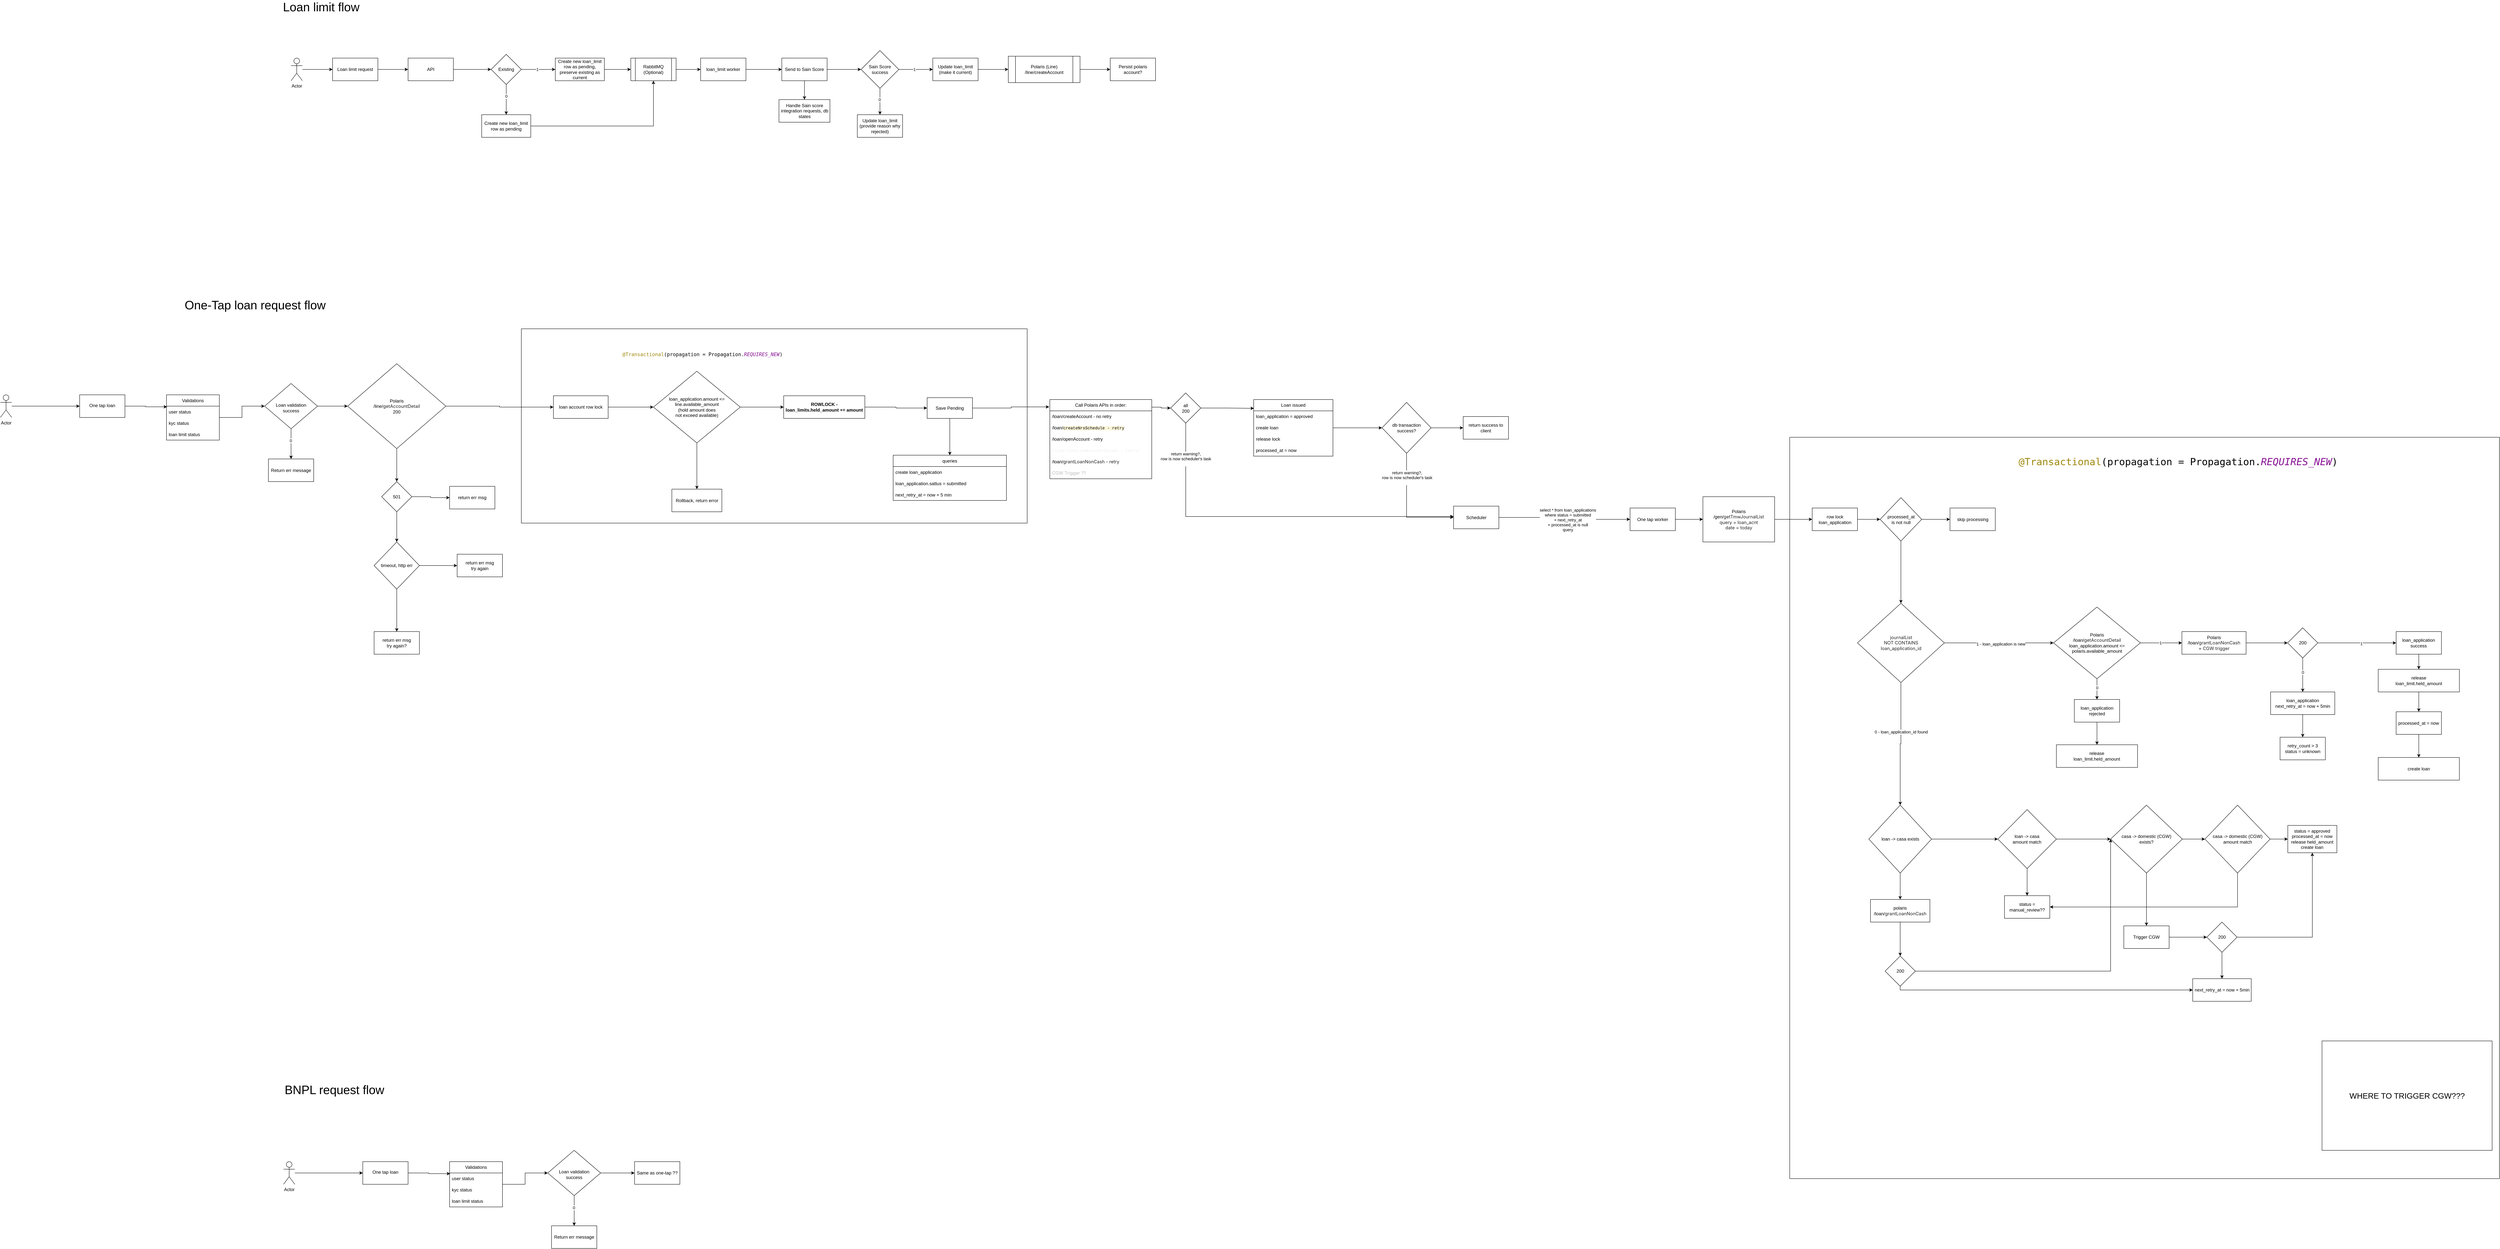
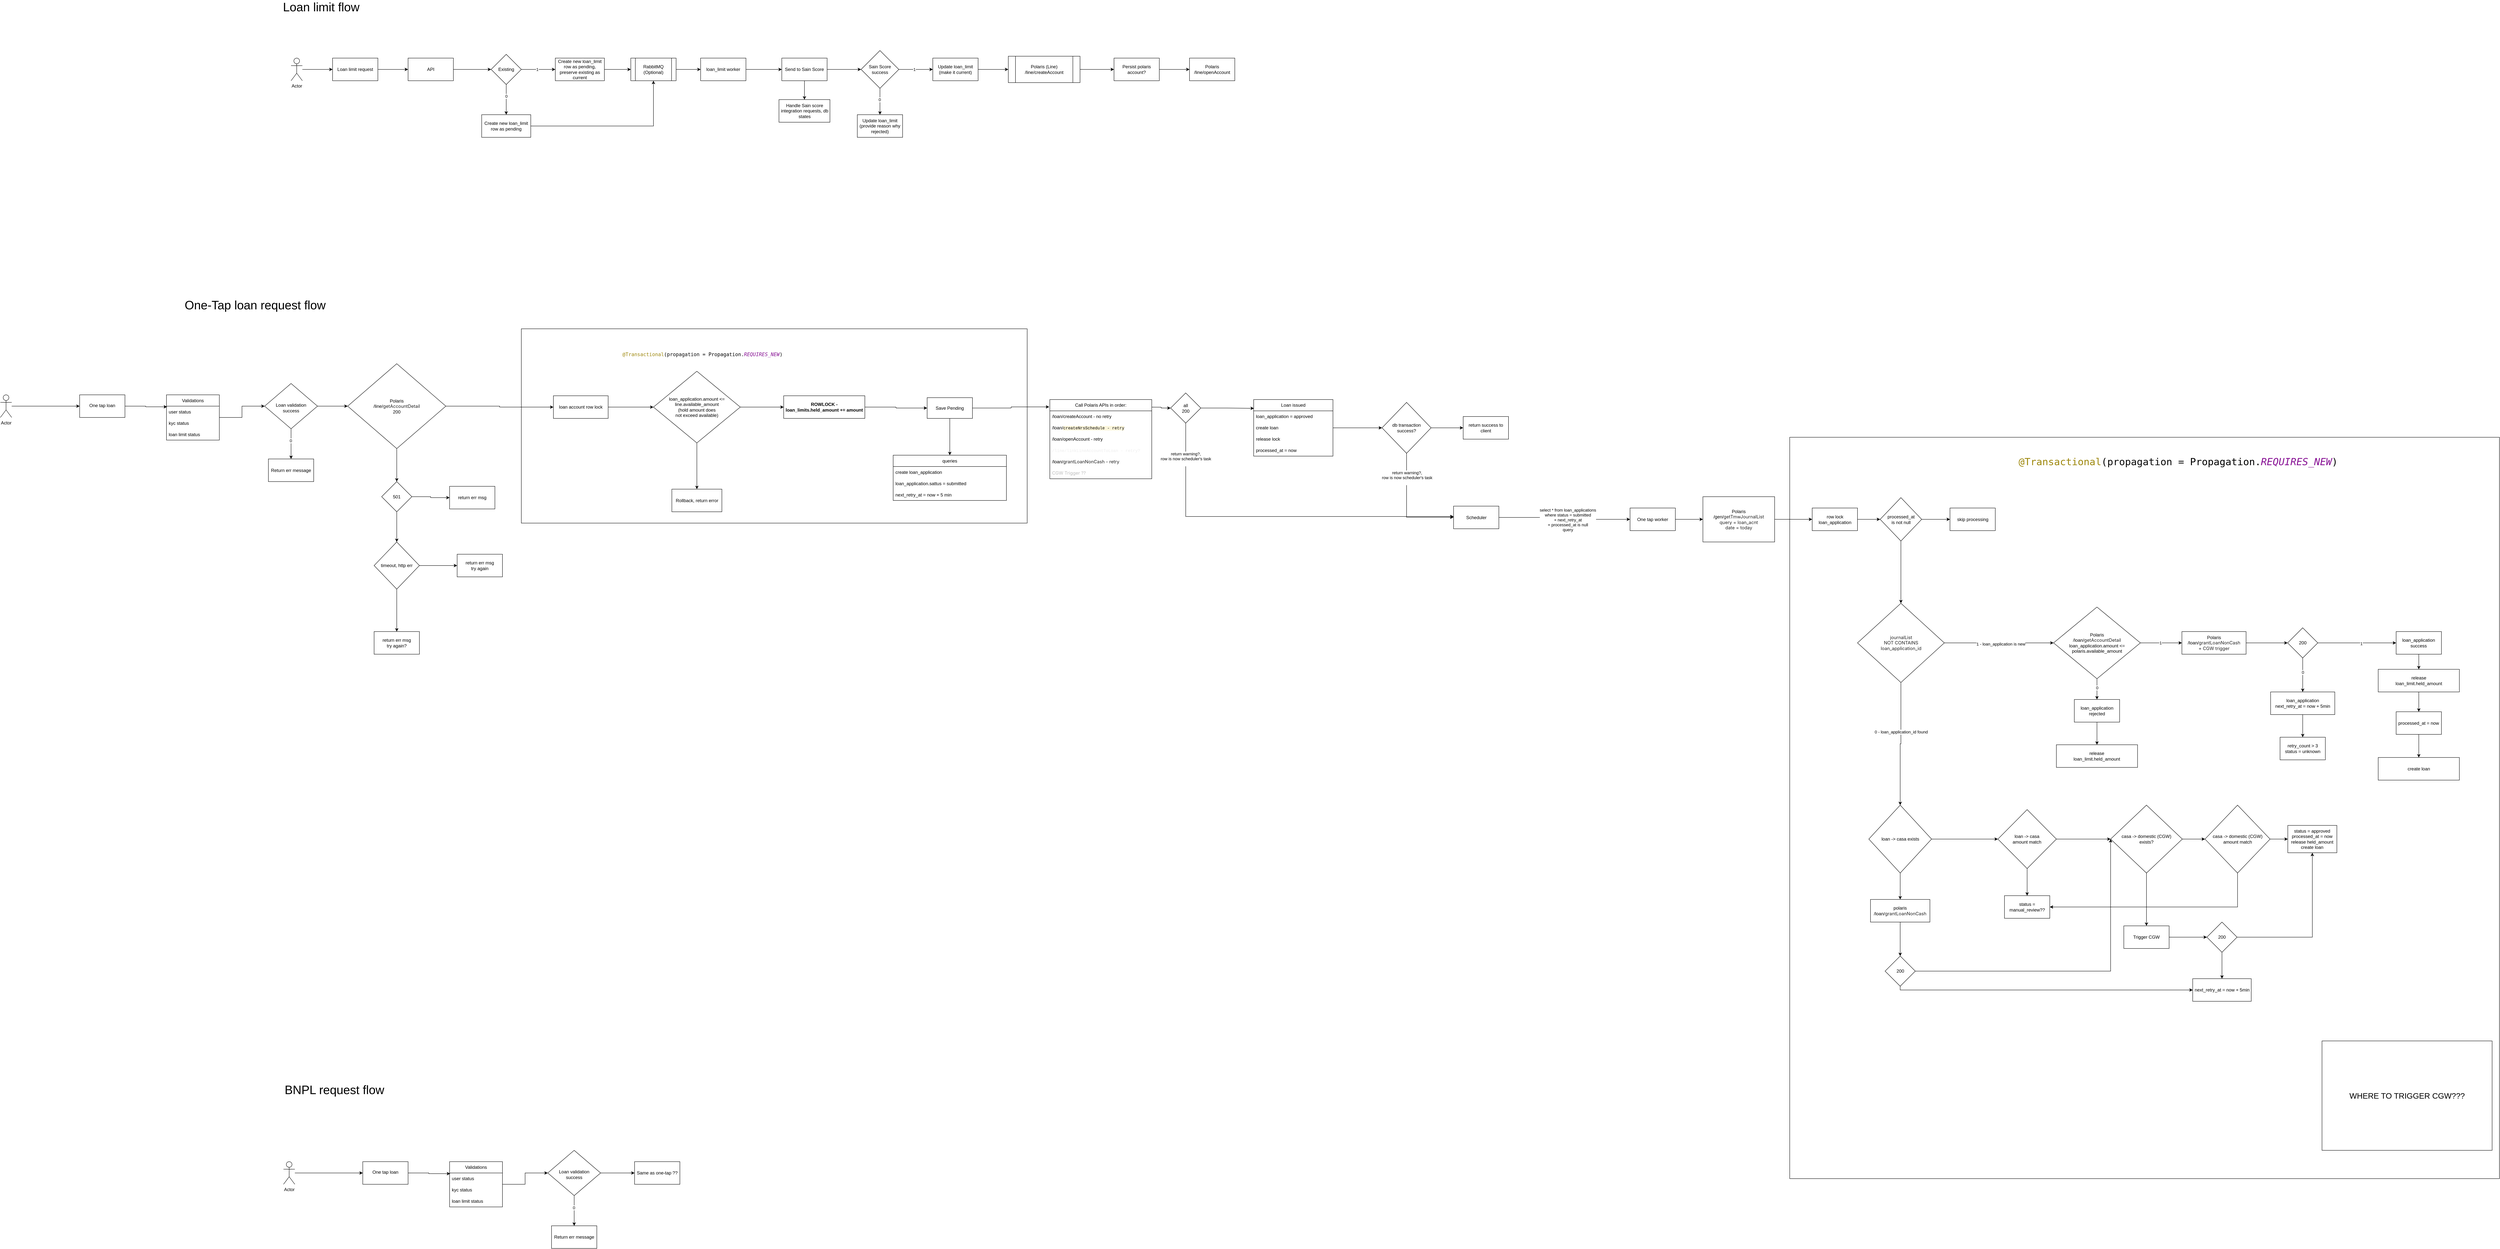
<mxfile host="app.diagrams.net">
  <diagram name="Page-1" id="VCBSuIh8bz7kurrQ0Zaz">
    <mxGraphModel dx="2259" dy="824" grid="1" gridSize="10" guides="1" tooltips="1" connect="1" arrows="1" fold="1" page="1" pageScale="1" pageWidth="850" pageHeight="1100" math="0" shadow="0">
      <root>
        <mxCell id="0" />
        <mxCell id="1" parent="0" />
        <mxCell id="In8fDh9ZLN2M87an2Miy-188" parent="1" style="rounded=0;whiteSpace=wrap;html=1;movable=0;resizable=0;rotatable=0;deletable=0;editable=0;locked=1;connectable=0;" value="" vertex="1">
          <mxGeometry height="1965" width="1880" x="4010" y="1215" as="geometry" />
        </mxCell>
        <mxCell id="In8fDh9ZLN2M87an2Miy-172" parent="1" style="rounded=0;whiteSpace=wrap;html=1;movable=1;resizable=1;rotatable=1;deletable=1;editable=1;locked=0;connectable=1;" value="" vertex="1">
          <mxGeometry height="515" width="1340" x="650" y="927.5" as="geometry" />
        </mxCell>
        <mxCell id="KqixbsF9o6dLofBvsG9t-5" edge="1" parent="1" source="KqixbsF9o6dLofBvsG9t-1" style="edgeStyle=orthogonalEdgeStyle;rounded=0;orthogonalLoop=1;jettySize=auto;html=1;" target="KqixbsF9o6dLofBvsG9t-4" value="">
          <mxGeometry relative="1" as="geometry" />
        </mxCell>
        <mxCell id="KqixbsF9o6dLofBvsG9t-1" parent="1" style="rounded=0;whiteSpace=wrap;html=1;" value="Loan limit request" vertex="1">
          <mxGeometry height="60" width="120" x="150" y="210" as="geometry" />
        </mxCell>
        <mxCell id="KqixbsF9o6dLofBvsG9t-3" edge="1" parent="1" source="KqixbsF9o6dLofBvsG9t-2" style="edgeStyle=orthogonalEdgeStyle;rounded=0;orthogonalLoop=1;jettySize=auto;html=1;" target="KqixbsF9o6dLofBvsG9t-1" value="">
          <mxGeometry relative="1" as="geometry" />
        </mxCell>
        <mxCell id="KqixbsF9o6dLofBvsG9t-2" parent="1" style="shape=umlActor;verticalLabelPosition=bottom;verticalAlign=top;html=1;outlineConnect=0;" value="Actor" vertex="1">
          <mxGeometry height="60" width="30" x="40" y="210" as="geometry" />
        </mxCell>
        <mxCell id="KqixbsF9o6dLofBvsG9t-9" edge="1" parent="1" source="KqixbsF9o6dLofBvsG9t-4" style="edgeStyle=orthogonalEdgeStyle;rounded=0;orthogonalLoop=1;jettySize=auto;html=1;" target="KqixbsF9o6dLofBvsG9t-8" value="">
          <mxGeometry relative="1" as="geometry" />
        </mxCell>
        <mxCell id="KqixbsF9o6dLofBvsG9t-4" parent="1" style="rounded=0;whiteSpace=wrap;html=1;" value="API" vertex="1">
          <mxGeometry height="60" width="120" x="350" y="210" as="geometry" />
        </mxCell>
        <mxCell id="KqixbsF9o6dLofBvsG9t-11" edge="1" parent="1" source="KqixbsF9o6dLofBvsG9t-8" style="edgeStyle=orthogonalEdgeStyle;rounded=0;orthogonalLoop=1;jettySize=auto;html=1;" target="KqixbsF9o6dLofBvsG9t-10" value="">
          <mxGeometry relative="1" as="geometry" />
        </mxCell>
        <mxCell id="KqixbsF9o6dLofBvsG9t-12" connectable="0" parent="KqixbsF9o6dLofBvsG9t-11" style="edgeLabel;html=1;align=center;verticalAlign=middle;resizable=0;points=[];" value="1" vertex="1">
          <mxGeometry relative="1" x="-0.079" as="geometry">
            <mxPoint as="offset" />
          </mxGeometry>
        </mxCell>
        <mxCell id="KqixbsF9o6dLofBvsG9t-14" edge="1" parent="1" source="KqixbsF9o6dLofBvsG9t-8" style="edgeStyle=orthogonalEdgeStyle;rounded=0;orthogonalLoop=1;jettySize=auto;html=1;" target="KqixbsF9o6dLofBvsG9t-13" value="">
          <mxGeometry relative="1" as="geometry" />
        </mxCell>
        <mxCell id="KqixbsF9o6dLofBvsG9t-15" connectable="0" parent="KqixbsF9o6dLofBvsG9t-14" style="edgeLabel;html=1;align=center;verticalAlign=middle;resizable=0;points=[];" value="0" vertex="1">
          <mxGeometry relative="1" x="-0.2407" as="geometry">
            <mxPoint as="offset" />
          </mxGeometry>
        </mxCell>
        <mxCell id="KqixbsF9o6dLofBvsG9t-8" parent="1" style="rhombus;whiteSpace=wrap;html=1;rounded=0;" value="Existing" vertex="1">
          <mxGeometry height="80" width="80" x="570" y="200" as="geometry" />
        </mxCell>
        <mxCell id="KqixbsF9o6dLofBvsG9t-23" edge="1" parent="1" source="KqixbsF9o6dLofBvsG9t-10" style="edgeStyle=orthogonalEdgeStyle;rounded=0;orthogonalLoop=1;jettySize=auto;html=1;" target="KqixbsF9o6dLofBvsG9t-22" value="">
          <mxGeometry relative="1" as="geometry" />
        </mxCell>
        <mxCell id="KqixbsF9o6dLofBvsG9t-10" parent="1" style="whiteSpace=wrap;html=1;rounded=0;" value="Create new loan_limit row as pending, preserve existing as current" vertex="1">
          <mxGeometry height="60" width="130" x="740" y="210" as="geometry" />
        </mxCell>
        <mxCell id="KqixbsF9o6dLofBvsG9t-26" edge="1" parent="1" source="KqixbsF9o6dLofBvsG9t-13" style="edgeStyle=orthogonalEdgeStyle;rounded=0;orthogonalLoop=1;jettySize=auto;html=1;entryX=0.5;entryY=1;entryDx=0;entryDy=0;" target="KqixbsF9o6dLofBvsG9t-22">
          <mxGeometry relative="1" as="geometry" />
        </mxCell>
        <mxCell id="KqixbsF9o6dLofBvsG9t-13" parent="1" style="whiteSpace=wrap;html=1;rounded=0;" value="Create new loan_limit row as pending" vertex="1">
          <mxGeometry height="60" width="130" x="545" y="360" as="geometry" />
        </mxCell>
        <mxCell id="KqixbsF9o6dLofBvsG9t-25" edge="1" parent="1" source="KqixbsF9o6dLofBvsG9t-22" style="edgeStyle=orthogonalEdgeStyle;rounded=0;orthogonalLoop=1;jettySize=auto;html=1;" target="KqixbsF9o6dLofBvsG9t-24" value="">
          <mxGeometry relative="1" as="geometry" />
        </mxCell>
        <mxCell id="KqixbsF9o6dLofBvsG9t-22" parent="1" style="shape=process;whiteSpace=wrap;html=1;backgroundOutline=1;rounded=0;" value="RabbitMQ (Optional)" vertex="1">
          <mxGeometry height="60" width="120" x="940" y="210" as="geometry" />
        </mxCell>
        <mxCell id="KqixbsF9o6dLofBvsG9t-28" edge="1" parent="1" source="KqixbsF9o6dLofBvsG9t-24" style="edgeStyle=orthogonalEdgeStyle;rounded=0;orthogonalLoop=1;jettySize=auto;html=1;" target="KqixbsF9o6dLofBvsG9t-27" value="">
          <mxGeometry relative="1" as="geometry" />
        </mxCell>
        <mxCell id="KqixbsF9o6dLofBvsG9t-24" parent="1" style="whiteSpace=wrap;html=1;rounded=0;" value="loan_limit worker" vertex="1">
          <mxGeometry height="60" width="120" x="1125" y="210" as="geometry" />
        </mxCell>
        <mxCell id="KqixbsF9o6dLofBvsG9t-30" edge="1" parent="1" source="KqixbsF9o6dLofBvsG9t-27" style="edgeStyle=orthogonalEdgeStyle;rounded=0;orthogonalLoop=1;jettySize=auto;html=1;" target="KqixbsF9o6dLofBvsG9t-29" value="">
          <mxGeometry relative="1" as="geometry" />
        </mxCell>
        <mxCell id="KqixbsF9o6dLofBvsG9t-38" edge="1" parent="1" source="KqixbsF9o6dLofBvsG9t-27" style="edgeStyle=orthogonalEdgeStyle;rounded=0;orthogonalLoop=1;jettySize=auto;html=1;" target="KqixbsF9o6dLofBvsG9t-37" value="">
          <mxGeometry relative="1" as="geometry" />
        </mxCell>
        <mxCell id="KqixbsF9o6dLofBvsG9t-27" parent="1" style="whiteSpace=wrap;html=1;rounded=0;" value="Send to Sain Score" vertex="1">
          <mxGeometry height="60" width="120" x="1340" y="210" as="geometry" />
        </mxCell>
        <mxCell id="KqixbsF9o6dLofBvsG9t-32" edge="1" parent="1" source="KqixbsF9o6dLofBvsG9t-29" style="edgeStyle=orthogonalEdgeStyle;rounded=0;orthogonalLoop=1;jettySize=auto;html=1;" target="KqixbsF9o6dLofBvsG9t-31" value="">
          <mxGeometry relative="1" as="geometry" />
        </mxCell>
        <mxCell id="KqixbsF9o6dLofBvsG9t-33" connectable="0" parent="KqixbsF9o6dLofBvsG9t-32" style="edgeLabel;html=1;align=center;verticalAlign=middle;resizable=0;points=[];" value="1" vertex="1">
          <mxGeometry relative="1" x="-0.1048" as="geometry">
            <mxPoint as="offset" />
          </mxGeometry>
        </mxCell>
        <mxCell id="KqixbsF9o6dLofBvsG9t-35" edge="1" parent="1" source="KqixbsF9o6dLofBvsG9t-29" style="edgeStyle=orthogonalEdgeStyle;rounded=0;orthogonalLoop=1;jettySize=auto;html=1;" target="KqixbsF9o6dLofBvsG9t-34" value="">
          <mxGeometry relative="1" as="geometry" />
        </mxCell>
        <mxCell id="KqixbsF9o6dLofBvsG9t-36" connectable="0" parent="KqixbsF9o6dLofBvsG9t-35" style="edgeLabel;html=1;align=center;verticalAlign=middle;resizable=0;points=[];" value="0" vertex="1">
          <mxGeometry relative="1" x="-0.1429" y="-1" as="geometry">
            <mxPoint as="offset" />
          </mxGeometry>
        </mxCell>
        <mxCell id="KqixbsF9o6dLofBvsG9t-29" parent="1" style="rhombus;whiteSpace=wrap;html=1;rounded=0;" value="Sain Score success" vertex="1">
          <mxGeometry height="100" width="100" x="1550" y="190" as="geometry" />
        </mxCell>
        <mxCell id="KqixbsF9o6dLofBvsG9t-66" edge="1" parent="1" source="KqixbsF9o6dLofBvsG9t-31" style="edgeStyle=orthogonalEdgeStyle;rounded=0;orthogonalLoop=1;jettySize=auto;html=1;" target="KqixbsF9o6dLofBvsG9t-65" value="">
          <mxGeometry relative="1" as="geometry" />
        </mxCell>
        <mxCell id="KqixbsF9o6dLofBvsG9t-31" parent="1" style="whiteSpace=wrap;html=1;rounded=0;" value="Update loan_limit (make it current)" vertex="1">
          <mxGeometry height="60" width="120" x="1740" y="210" as="geometry" />
        </mxCell>
        <mxCell id="KqixbsF9o6dLofBvsG9t-34" parent="1" style="whiteSpace=wrap;html=1;rounded=0;" value="Update loan_limit&lt;br&gt;(provide reason why rejected)" vertex="1">
          <mxGeometry height="60" width="120" x="1540" y="360" as="geometry" />
        </mxCell>
        <mxCell id="KqixbsF9o6dLofBvsG9t-37" parent="1" style="whiteSpace=wrap;html=1;rounded=0;" value="Handle Sain score integration requests, db states" vertex="1">
          <mxGeometry height="60" width="135" x="1332.5" y="320" as="geometry" />
        </mxCell>
        <mxCell id="KqixbsF9o6dLofBvsG9t-40" parent="1" style="text;html=1;whiteSpace=wrap;strokeColor=none;fillColor=none;align=center;verticalAlign=middle;rounded=0;fontSize=32;" value="Loan limit flow" vertex="1">
          <mxGeometry height="30" width="260" x="-10" y="60" as="geometry" />
        </mxCell>
        <mxCell id="KqixbsF9o6dLofBvsG9t-74" edge="1" parent="1" source="KqixbsF9o6dLofBvsG9t-65" style="edgeStyle=orthogonalEdgeStyle;rounded=0;orthogonalLoop=1;jettySize=auto;html=1;" target="KqixbsF9o6dLofBvsG9t-73" value="">
          <mxGeometry relative="1" as="geometry" />
        </mxCell>
        <mxCell id="KqixbsF9o6dLofBvsG9t-65" parent="1" style="shape=process;whiteSpace=wrap;html=1;backgroundOutline=1;rounded=0;" value="Polaris (Line)&lt;br&gt;/line/createAccount" vertex="1">
          <mxGeometry height="70" width="190" x="1940" y="205" as="geometry" />
        </mxCell>
+         <mxCell id="P7TJZT1PVnBYbLh7lMs1-4" edge="1" parent="1" source="KqixbsF9o6dLofBvsG9t-73" style="edgeStyle=orthogonalEdgeStyle;rounded=0;orthogonalLoop=1;jettySize=auto;html=1;" target="P7TJZT1PVnBYbLh7lMs1-3" value="">
+           <mxGeometry relative="1" as="geometry" />
+         </mxCell>
        <mxCell id="KqixbsF9o6dLofBvsG9t-73" parent="1" style="whiteSpace=wrap;html=1;rounded=0;" value="Persist polaris account?" vertex="1">
-           <mxGeometry height="60" width="120" x="2210" y="210" as="geometry" />
+           <mxGeometry height="60" width="120" x="2220" y="210" as="geometry" />
        </mxCell>
        <mxCell id="U8Ajh8Gpa-m2DNKNFQys-1" parent="1" style="text;html=1;whiteSpace=wrap;strokeColor=none;fillColor=none;align=center;verticalAlign=middle;rounded=0;fontSize=32;" value="One-Tap loan request flow" vertex="1">
          <mxGeometry height="30" width="470" x="-290" y="850" as="geometry" />
        </mxCell>
        <mxCell id="In8fDh9ZLN2M87an2Miy-1" edge="1" parent="1" source="In8fDh9ZLN2M87an2Miy-2" style="edgeStyle=orthogonalEdgeStyle;rounded=0;orthogonalLoop=1;jettySize=auto;html=1;" target="In8fDh9ZLN2M87an2Miy-4" value="">
          <mxGeometry relative="1" as="geometry" />
        </mxCell>
        <mxCell id="In8fDh9ZLN2M87an2Miy-2" parent="1" style="shape=umlActor;verticalLabelPosition=bottom;verticalAlign=top;html=1;outlineConnect=0;" value="Actor" vertex="1">
          <mxGeometry height="60" width="30" x="-730" y="1102.5" as="geometry" />
        </mxCell>
        <mxCell id="In8fDh9ZLN2M87an2Miy-3" edge="1" parent="1" source="In8fDh9ZLN2M87an2Miy-4" style="edgeStyle=orthogonalEdgeStyle;rounded=0;orthogonalLoop=1;jettySize=auto;html=1;entryX=0.011;entryY=0.06;entryDx=0;entryDy=0;entryPerimeter=0;" target="In8fDh9ZLN2M87an2Miy-28" value="">
          <mxGeometry relative="1" as="geometry">
            <mxPoint x="-310" y="1132.5" as="targetPoint" />
          </mxGeometry>
        </mxCell>
        <mxCell id="In8fDh9ZLN2M87an2Miy-4" parent="1" style="whiteSpace=wrap;html=1;verticalAlign=top;" value="&lt;div&gt;&lt;br&gt;&lt;/div&gt;&lt;div&gt;One tap loan&lt;/div&gt;" vertex="1">
          <mxGeometry height="60" width="120" x="-520" y="1102.5" as="geometry" />
        </mxCell>
        <mxCell id="In8fDh9ZLN2M87an2Miy-7" edge="1" parent="1" source="In8fDh9ZLN2M87an2Miy-9" style="edgeStyle=orthogonalEdgeStyle;rounded=0;orthogonalLoop=1;jettySize=auto;html=1;" target="In8fDh9ZLN2M87an2Miy-13" value="">
          <mxGeometry relative="1" as="geometry" />
        </mxCell>
        <mxCell id="In8fDh9ZLN2M87an2Miy-8" connectable="0" parent="In8fDh9ZLN2M87an2Miy-7" style="edgeLabel;html=1;align=center;verticalAlign=middle;resizable=0;points=[];" value="0" vertex="1">
          <mxGeometry relative="1" x="-0.2091" y="-1" as="geometry">
            <mxPoint as="offset" />
          </mxGeometry>
        </mxCell>
        <mxCell id="In8fDh9ZLN2M87an2Miy-230" edge="1" parent="1" source="In8fDh9ZLN2M87an2Miy-9" style="edgeStyle=orthogonalEdgeStyle;rounded=0;orthogonalLoop=1;jettySize=auto;html=1;" target="In8fDh9ZLN2M87an2Miy-228">
          <mxGeometry relative="1" as="geometry" />
        </mxCell>
        <mxCell id="In8fDh9ZLN2M87an2Miy-9" parent="1" style="rhombus;whiteSpace=wrap;html=1;verticalAlign=top;" value="&lt;br&gt;&lt;br&gt;&lt;div&gt;&lt;br&gt;&lt;/div&gt;&lt;div&gt;Loan validation&lt;br&gt;success&lt;/div&gt;" vertex="1">
          <mxGeometry height="120" width="140" x="-30" y="1072.5" as="geometry" />
        </mxCell>
        <mxCell id="In8fDh9ZLN2M87an2Miy-10" edge="1" parent="1" source="In8fDh9ZLN2M87an2Miy-12" style="edgeStyle=orthogonalEdgeStyle;rounded=0;orthogonalLoop=1;jettySize=auto;html=1;entryX=0.5;entryY=0;entryDx=0;entryDy=0;" target="In8fDh9ZLN2M87an2Miy-14">
          <mxGeometry relative="1" as="geometry" />
        </mxCell>
        <mxCell id="In8fDh9ZLN2M87an2Miy-54" edge="1" parent="1" source="In8fDh9ZLN2M87an2Miy-105" style="edgeStyle=orthogonalEdgeStyle;rounded=0;orthogonalLoop=1;jettySize=auto;html=1;exitX=1;exitY=0.5;exitDx=0;exitDy=0;" target="In8fDh9ZLN2M87an2Miy-53" value="">
          <mxGeometry relative="1" as="geometry">
            <mxPoint x="3329.5" y="1432.5" as="sourcePoint" />
          </mxGeometry>
        </mxCell>
        <mxCell id="In8fDh9ZLN2M87an2Miy-55" connectable="0" parent="In8fDh9ZLN2M87an2Miy-54" style="edgeLabel;html=1;align=center;verticalAlign=middle;resizable=0;points=[];" value="select * from loan_applications&lt;br&gt;where status = submitted&lt;br&gt;+ next_retry_at&lt;br&gt;+ processed_at is null&lt;br&gt;query" vertex="1">
          <mxGeometry relative="1" x="0.0637" y="-1" as="geometry">
            <mxPoint as="offset" />
          </mxGeometry>
        </mxCell>
        <mxCell id="In8fDh9ZLN2M87an2Miy-246" edge="1" parent="1" source="In8fDh9ZLN2M87an2Miy-12" style="edgeStyle=orthogonalEdgeStyle;rounded=0;orthogonalLoop=1;jettySize=auto;html=1;entryX=-0.006;entryY=0.093;entryDx=0;entryDy=0;entryPerimeter=0;" target="In8fDh9ZLN2M87an2Miy-247">
          <mxGeometry relative="1" as="geometry">
            <mxPoint x="2090" y="1137.5" as="targetPoint" />
          </mxGeometry>
        </mxCell>
        <mxCell id="In8fDh9ZLN2M87an2Miy-12" parent="1" style="whiteSpace=wrap;html=1;verticalAlign=middle;" value="Save Pending" vertex="1">
          <mxGeometry height="55" width="120" x="1725" y="1110" as="geometry" />
        </mxCell>
        <mxCell id="In8fDh9ZLN2M87an2Miy-13" parent="1" style="whiteSpace=wrap;html=1;verticalAlign=middle;" value="Return err message" vertex="1">
          <mxGeometry height="60" width="120" x="-20" y="1272.5" as="geometry" />
        </mxCell>
        <mxCell id="In8fDh9ZLN2M87an2Miy-14" parent="1" style="swimlane;fontStyle=0;childLayout=stackLayout;horizontal=1;startSize=30;horizontalStack=0;resizeParent=1;resizeParentMax=0;resizeLast=0;collapsible=1;marginBottom=0;whiteSpace=wrap;html=1;" value="queries" vertex="1">
          <mxGeometry height="120" width="300" x="1635" y="1262.5" as="geometry" />
        </mxCell>
        <mxCell id="In8fDh9ZLN2M87an2Miy-15" parent="In8fDh9ZLN2M87an2Miy-14" style="text;strokeColor=none;fillColor=none;align=left;verticalAlign=middle;spacingLeft=4;spacingRight=4;overflow=hidden;points=[[0,0.5],[1,0.5]];portConstraint=eastwest;rotatable=0;whiteSpace=wrap;html=1;" value="create loan_application" vertex="1">
          <mxGeometry height="30" width="300" y="30" as="geometry" />
        </mxCell>
        <mxCell id="In8fDh9ZLN2M87an2Miy-104" parent="In8fDh9ZLN2M87an2Miy-14" style="text;strokeColor=none;fillColor=none;align=left;verticalAlign=middle;spacingLeft=4;spacingRight=4;overflow=hidden;points=[[0,0.5],[1,0.5]];portConstraint=eastwest;rotatable=0;whiteSpace=wrap;html=1;" value="loan_application.sattus = submitted" vertex="1">
          <mxGeometry height="30" width="300" y="60" as="geometry" />
        </mxCell>
        <mxCell id="In8fDh9ZLN2M87an2Miy-17" parent="In8fDh9ZLN2M87an2Miy-14" style="text;strokeColor=none;fillColor=none;align=left;verticalAlign=middle;spacingLeft=4;spacingRight=4;overflow=hidden;points=[[0,0.5],[1,0.5]];portConstraint=eastwest;rotatable=0;whiteSpace=wrap;html=1;" value="next_retry_at = now + 5 min" vertex="1">
          <mxGeometry height="30" width="300" y="90" as="geometry" />
        </mxCell>
        <mxCell id="In8fDh9ZLN2M87an2Miy-32" edge="1" parent="1" source="In8fDh9ZLN2M87an2Miy-27" style="edgeStyle=orthogonalEdgeStyle;rounded=0;orthogonalLoop=1;jettySize=auto;html=1;entryX=0;entryY=0.5;entryDx=0;entryDy=0;" target="In8fDh9ZLN2M87an2Miy-9">
          <mxGeometry relative="1" as="geometry" />
        </mxCell>
        <mxCell id="In8fDh9ZLN2M87an2Miy-27" parent="1" style="swimlane;fontStyle=0;childLayout=stackLayout;horizontal=1;startSize=30;horizontalStack=0;resizeParent=1;resizeParentMax=0;resizeLast=0;collapsible=1;marginBottom=0;whiteSpace=wrap;html=1;" value="Validations" vertex="1">
          <mxGeometry height="120" width="140" x="-290" y="1102.5" as="geometry" />
        </mxCell>
        <mxCell id="In8fDh9ZLN2M87an2Miy-28" parent="In8fDh9ZLN2M87an2Miy-27" style="text;strokeColor=none;fillColor=none;align=left;verticalAlign=middle;spacingLeft=4;spacingRight=4;overflow=hidden;points=[[0,0.5],[1,0.5]];portConstraint=eastwest;rotatable=0;whiteSpace=wrap;html=1;" value="user status" vertex="1">
          <mxGeometry height="30" width="140" y="30" as="geometry" />
        </mxCell>
        <mxCell id="In8fDh9ZLN2M87an2Miy-29" parent="In8fDh9ZLN2M87an2Miy-27" style="text;strokeColor=none;fillColor=none;align=left;verticalAlign=middle;spacingLeft=4;spacingRight=4;overflow=hidden;points=[[0,0.5],[1,0.5]];portConstraint=eastwest;rotatable=0;whiteSpace=wrap;html=1;" value="kyc status" vertex="1">
          <mxGeometry height="30" width="140" y="60" as="geometry" />
        </mxCell>
        <mxCell id="In8fDh9ZLN2M87an2Miy-33" parent="In8fDh9ZLN2M87an2Miy-27" style="text;strokeColor=none;fillColor=none;align=left;verticalAlign=middle;spacingLeft=4;spacingRight=4;overflow=hidden;points=[[0,0.5],[1,0.5]];portConstraint=eastwest;rotatable=0;whiteSpace=wrap;html=1;" value="loan limit status" vertex="1">
          <mxGeometry height="30" width="140" y="90" as="geometry" />
        </mxCell>
        <mxCell id="In8fDh9ZLN2M87an2Miy-116" edge="1" parent="1" source="In8fDh9ZLN2M87an2Miy-53" style="edgeStyle=orthogonalEdgeStyle;rounded=0;orthogonalLoop=1;jettySize=auto;html=1;entryX=0;entryY=0.5;entryDx=0;entryDy=0;" target="In8fDh9ZLN2M87an2Miy-68">
          <mxGeometry relative="1" as="geometry" />
        </mxCell>
        <mxCell id="In8fDh9ZLN2M87an2Miy-53" parent="1" style="whiteSpace=wrap;html=1;" value="One tap worker" vertex="1">
          <mxGeometry height="60" width="120" x="3587" y="1402.5" as="geometry" />
        </mxCell>
        <mxCell id="In8fDh9ZLN2M87an2Miy-67" edge="1" parent="1" source="In8fDh9ZLN2M87an2Miy-58" style="edgeStyle=orthogonalEdgeStyle;rounded=0;orthogonalLoop=1;jettySize=auto;html=1;entryX=0;entryY=0.5;entryDx=0;entryDy=0;" target="In8fDh9ZLN2M87an2Miy-66" value="">
          <mxGeometry relative="1" as="geometry">
            <mxPoint x="5343.87" y="1760" as="targetPoint" />
          </mxGeometry>
        </mxCell>
        <mxCell id="In8fDh9ZLN2M87an2Miy-58" parent="1" style="whiteSpace=wrap;html=1;" value="Polaris /loan/&lt;span style=&quot;color: rgb(33, 33, 33); font-family: Inter, system-ui, -apple-system, &amp;quot;system-ui&amp;quot;, &amp;quot;Segoe UI&amp;quot;, Roboto, Oxygen, Ubuntu, Cantarell, &amp;quot;Fira Sans&amp;quot;, &amp;quot;Droid Sans&amp;quot;, Helvetica, Arial, sans-serif; text-align: left; white-space: pre-wrap; background-color: rgb(255, 255, 255);&quot;&gt;grantLoanNonCash&lt;br/&gt;+ CGW trigger&lt;/span&gt;" vertex="1">
          <mxGeometry height="60" width="170" x="5048.87" y="1730" as="geometry" />
        </mxCell>
        <mxCell id="In8fDh9ZLN2M87an2Miy-62" edge="1" parent="1" source="In8fDh9ZLN2M87an2Miy-59" style="edgeStyle=orthogonalEdgeStyle;rounded=0;orthogonalLoop=1;jettySize=auto;html=1;" target="In8fDh9ZLN2M87an2Miy-61" value="">
          <mxGeometry relative="1" as="geometry" />
        </mxCell>
        <mxCell id="In8fDh9ZLN2M87an2Miy-91" connectable="0" parent="In8fDh9ZLN2M87an2Miy-62" style="edgeLabel;html=1;align=center;verticalAlign=middle;resizable=0;points=[];" value="0" vertex="1">
          <mxGeometry relative="1" x="-0.1431" as="geometry">
            <mxPoint as="offset" />
          </mxGeometry>
        </mxCell>
        <mxCell id="In8fDh9ZLN2M87an2Miy-65" edge="1" parent="1" source="In8fDh9ZLN2M87an2Miy-59" style="edgeStyle=orthogonalEdgeStyle;rounded=0;orthogonalLoop=1;jettySize=auto;html=1;" target="In8fDh9ZLN2M87an2Miy-58">
          <mxGeometry relative="1" as="geometry" />
        </mxCell>
        <mxCell id="In8fDh9ZLN2M87an2Miy-90" connectable="0" parent="In8fDh9ZLN2M87an2Miy-65" style="edgeLabel;html=1;align=center;verticalAlign=middle;resizable=0;points=[];" value="1" vertex="1">
          <mxGeometry relative="1" x="-0.0451" as="geometry">
            <mxPoint as="offset" />
          </mxGeometry>
        </mxCell>
        <mxCell id="In8fDh9ZLN2M87an2Miy-59" parent="1" style="rhombus;whiteSpace=wrap;html=1;" value="Polaris&lt;br&gt;/loan/&lt;span style=&quot;color: rgb(33, 33, 33); font-family: Inter, system-ui, -apple-system, &amp;quot;system-ui&amp;quot;, &amp;quot;Segoe UI&amp;quot;, Roboto, Oxygen, Ubuntu, Cantarell, &amp;quot;Fira Sans&amp;quot;, &amp;quot;Droid Sans&amp;quot;, Helvetica, Arial, sans-serif; text-align: left; white-space: pre-wrap; background-color: rgb(255, 255, 255);&quot;&gt;getAccountDetail&lt;/span&gt;&lt;br&gt;loan_application.amount &amp;lt;= polaris.available_amount" vertex="1">
          <mxGeometry height="190" width="230" x="4708.87" y="1665" as="geometry" />
        </mxCell>
        <mxCell id="In8fDh9ZLN2M87an2Miy-64" edge="1" parent="1" source="In8fDh9ZLN2M87an2Miy-61" style="edgeStyle=orthogonalEdgeStyle;rounded=0;orthogonalLoop=1;jettySize=auto;html=1;" target="In8fDh9ZLN2M87an2Miy-63" value="">
          <mxGeometry relative="1" as="geometry" />
        </mxCell>
        <mxCell id="In8fDh9ZLN2M87an2Miy-61" parent="1" style="whiteSpace=wrap;html=1;" value="loan_application&lt;br&gt;rejected" vertex="1">
          <mxGeometry height="60" width="120" x="4763.87" y="1910" as="geometry" />
        </mxCell>
        <mxCell id="In8fDh9ZLN2M87an2Miy-63" parent="1" style="whiteSpace=wrap;html=1;" value="release &lt;br&gt;loan_limit.held_amount" vertex="1">
          <mxGeometry height="60" width="215" x="4716.37" y="2030" as="geometry" />
        </mxCell>
        <mxCell id="In8fDh9ZLN2M87an2Miy-81" edge="1" parent="1" source="In8fDh9ZLN2M87an2Miy-66" style="edgeStyle=orthogonalEdgeStyle;rounded=0;orthogonalLoop=1;jettySize=auto;html=1;entryX=0;entryY=0.5;entryDx=0;entryDy=0;" target="In8fDh9ZLN2M87an2Miy-79">
          <mxGeometry relative="1" as="geometry" />
        </mxCell>
        <mxCell id="In8fDh9ZLN2M87an2Miy-92" connectable="0" parent="In8fDh9ZLN2M87an2Miy-81" style="edgeLabel;html=1;align=center;verticalAlign=middle;resizable=0;points=[];" value="1" vertex="1">
          <mxGeometry relative="1" x="0.1055" y="-2" as="geometry">
            <mxPoint as="offset" />
          </mxGeometry>
        </mxCell>
        <mxCell id="In8fDh9ZLN2M87an2Miy-83" edge="1" parent="1" source="In8fDh9ZLN2M87an2Miy-66" style="edgeStyle=orthogonalEdgeStyle;rounded=0;orthogonalLoop=1;jettySize=auto;html=1;" target="In8fDh9ZLN2M87an2Miy-82" value="">
          <mxGeometry relative="1" as="geometry" />
        </mxCell>
        <mxCell id="In8fDh9ZLN2M87an2Miy-93" connectable="0" parent="In8fDh9ZLN2M87an2Miy-83" style="edgeLabel;html=1;align=center;verticalAlign=middle;resizable=0;points=[];" value="0" vertex="1">
          <mxGeometry relative="1" x="-0.1623" as="geometry">
            <mxPoint as="offset" />
          </mxGeometry>
        </mxCell>
        <mxCell id="In8fDh9ZLN2M87an2Miy-66" parent="1" style="rhombus;whiteSpace=wrap;html=1;" value="200" vertex="1">
          <mxGeometry height="80" width="80" x="5328.87" y="1720" as="geometry" />
        </mxCell>
        <mxCell id="In8fDh9ZLN2M87an2Miy-119" edge="1" parent="1" source="In8fDh9ZLN2M87an2Miy-68" style="edgeStyle=orthogonalEdgeStyle;rounded=0;orthogonalLoop=1;jettySize=auto;html=1;" target="In8fDh9ZLN2M87an2Miy-118" value="">
          <mxGeometry relative="1" as="geometry" />
        </mxCell>
        <mxCell id="In8fDh9ZLN2M87an2Miy-68" parent="1" style="whiteSpace=wrap;html=1;" value="Polaris&lt;br&gt;/gen/&lt;span style=&quot;white-space: pre-wrap; color: rgb(33, 33, 33); font-family: Inter, system-ui, -apple-system, &amp;quot;system-ui&amp;quot;, &amp;quot;Segoe UI&amp;quot;, Roboto, Oxygen, Ubuntu, Cantarell, &amp;quot;Fira Sans&amp;quot;, &amp;quot;Droid Sans&amp;quot;, Helvetica, Arial, sans-serif; text-align: left; background-color: rgb(255, 255, 255);&quot;&gt;getTmwJournalList&lt;br&gt;query = loan_acnt&lt;br/&gt;date = today&lt;/span&gt;" vertex="1">
          <mxGeometry height="120" width="190" x="3780" y="1372.5" as="geometry" />
        </mxCell>
        <mxCell id="In8fDh9ZLN2M87an2Miy-71" edge="1" parent="1" source="In8fDh9ZLN2M87an2Miy-69" style="edgeStyle=orthogonalEdgeStyle;rounded=0;orthogonalLoop=1;jettySize=auto;html=1;entryX=0;entryY=0.5;entryDx=0;entryDy=0;" target="In8fDh9ZLN2M87an2Miy-59">
          <mxGeometry relative="1" as="geometry" />
        </mxCell>
        <mxCell id="In8fDh9ZLN2M87an2Miy-77" connectable="0" parent="In8fDh9ZLN2M87an2Miy-71" style="edgeLabel;html=1;align=center;verticalAlign=middle;resizable=0;points=[];" value="1 - loan_application is new" vertex="1">
          <mxGeometry relative="1" x="0.0312" y="-3" as="geometry">
            <mxPoint as="offset" />
          </mxGeometry>
        </mxCell>
        <mxCell id="In8fDh9ZLN2M87an2Miy-73" edge="1" parent="1" source="In8fDh9ZLN2M87an2Miy-69" style="edgeStyle=orthogonalEdgeStyle;rounded=0;orthogonalLoop=1;jettySize=auto;html=1;entryX=0.5;entryY=0;entryDx=0;entryDy=0;" target="In8fDh9ZLN2M87an2Miy-111" value="">
          <mxGeometry relative="1" as="geometry">
            <mxPoint x="4303.87" y="1960" as="targetPoint" />
          </mxGeometry>
        </mxCell>
        <mxCell id="In8fDh9ZLN2M87an2Miy-74" connectable="0" parent="In8fDh9ZLN2M87an2Miy-73" style="edgeLabel;html=1;align=center;verticalAlign=middle;resizable=0;points=[];" value="0 - loan_application_id found" vertex="1">
          <mxGeometry relative="1" x="-0.1975" as="geometry">
            <mxPoint as="offset" />
          </mxGeometry>
        </mxCell>
        <mxCell id="In8fDh9ZLN2M87an2Miy-69" parent="1" style="rhombus;whiteSpace=wrap;html=1;verticalAlign=middle;" value="&lt;div style=&quot;text-align: center;&quot;&gt;&lt;span style=&quot;background-color: light-dark(rgb(255, 255, 255), rgb(18, 18, 18)); color: light-dark(rgb(33, 33, 33), rgb(209, 209, 209)); font-family: Inter, system-ui, -apple-system, &amp;quot;system-ui&amp;quot;, &amp;quot;Segoe UI&amp;quot;, Roboto, Oxygen, Ubuntu, Cantarell, &amp;quot;Fira Sans&amp;quot;, &amp;quot;Droid Sans&amp;quot;, Helvetica, Arial, sans-serif; text-align: left; white-space: pre-wrap;&quot;&gt;journalList&lt;br&gt;NOT CONTAINS&lt;/span&gt;&lt;/div&gt;&lt;span style=&quot;white-space: pre-wrap; color: rgb(33, 33, 33); font-family: Inter, system-ui, -apple-system, &amp;quot;system-ui&amp;quot;, &amp;quot;Segoe UI&amp;quot;, Roboto, Oxygen, Ubuntu, Cantarell, &amp;quot;Fira Sans&amp;quot;, &amp;quot;Droid Sans&amp;quot;, Helvetica, Arial, sans-serif; text-align: left; background-color: rgb(255, 255, 255);&quot;&gt;loan_application_id&lt;/span&gt;" vertex="1">
          <mxGeometry height="210" width="230" x="4189.5" y="1655" as="geometry" />
        </mxCell>
        <mxCell id="In8fDh9ZLN2M87an2Miy-78" edge="1" parent="1" source="In8fDh9ZLN2M87an2Miy-79" style="edgeStyle=orthogonalEdgeStyle;rounded=0;orthogonalLoop=1;jettySize=auto;html=1;" target="In8fDh9ZLN2M87an2Miy-80" value="">
          <mxGeometry relative="1" as="geometry" />
        </mxCell>
        <mxCell id="In8fDh9ZLN2M87an2Miy-79" parent="1" style="whiteSpace=wrap;html=1;" value="loan_application&lt;br&gt;success" vertex="1">
          <mxGeometry height="60" width="120" x="5616.37" y="1730" as="geometry" />
        </mxCell>
        <mxCell id="In8fDh9ZLN2M87an2Miy-132" edge="1" parent="1" source="In8fDh9ZLN2M87an2Miy-80" style="edgeStyle=orthogonalEdgeStyle;rounded=0;orthogonalLoop=1;jettySize=auto;html=1;" target="In8fDh9ZLN2M87an2Miy-131" value="">
          <mxGeometry relative="1" as="geometry" />
        </mxCell>
        <mxCell id="In8fDh9ZLN2M87an2Miy-80" parent="1" style="whiteSpace=wrap;html=1;" value="release &lt;br&gt;loan_limit.held_amount" vertex="1">
          <mxGeometry height="60" width="215" x="5568.87" y="1830" as="geometry" />
        </mxCell>
        <mxCell id="In8fDh9ZLN2M87an2Miy-95" edge="1" parent="1" source="In8fDh9ZLN2M87an2Miy-82" style="edgeStyle=orthogonalEdgeStyle;rounded=0;orthogonalLoop=1;jettySize=auto;html=1;" target="In8fDh9ZLN2M87an2Miy-94" value="">
          <mxGeometry relative="1" as="geometry" />
        </mxCell>
        <mxCell id="In8fDh9ZLN2M87an2Miy-82" parent="1" style="whiteSpace=wrap;html=1;" value="loan_application&lt;br&gt;next_retry_at = now + 5min" vertex="1">
          <mxGeometry height="60" width="170" x="5283.87" y="1890" as="geometry" />
        </mxCell>
        <mxCell id="In8fDh9ZLN2M87an2Miy-88" parent="1" style="whiteSpace=wrap;html=1;" value="create loan" vertex="1">
          <mxGeometry height="60" width="215" x="5568.87" y="2063.75" as="geometry" />
        </mxCell>
        <mxCell id="In8fDh9ZLN2M87an2Miy-94" parent="1" style="whiteSpace=wrap;html=1;" value="retry_count &amp;gt; 3&lt;br&gt;status = unknown" vertex="1">
          <mxGeometry height="60" width="120" x="5308.87" y="2010" as="geometry" />
        </mxCell>
        <mxCell id="In8fDh9ZLN2M87an2Miy-105" parent="1" style="rounded=0;whiteSpace=wrap;html=1;" value="Scheduler" vertex="1">
          <mxGeometry height="60" width="120" x="3119.5" y="1397.5" as="geometry" />
        </mxCell>
        <mxCell id="In8fDh9ZLN2M87an2Miy-127" edge="1" parent="1" source="In8fDh9ZLN2M87an2Miy-111" style="edgeStyle=orthogonalEdgeStyle;rounded=0;orthogonalLoop=1;jettySize=auto;html=1;" target="In8fDh9ZLN2M87an2Miy-126" value="">
          <mxGeometry relative="1" as="geometry" />
        </mxCell>
        <mxCell id="In8fDh9ZLN2M87an2Miy-135" edge="1" parent="1" source="In8fDh9ZLN2M87an2Miy-111" style="edgeStyle=orthogonalEdgeStyle;rounded=0;orthogonalLoop=1;jettySize=auto;html=1;entryX=0;entryY=0.5;entryDx=0;entryDy=0;" target="In8fDh9ZLN2M87an2Miy-222">
          <mxGeometry relative="1" as="geometry">
            <mxPoint x="4520" y="2280" as="targetPoint" />
          </mxGeometry>
        </mxCell>
        <mxCell id="In8fDh9ZLN2M87an2Miy-111" parent="1" style="rhombus;whiteSpace=wrap;html=1;" value="loan -&amp;gt; casa exists" vertex="1">
          <mxGeometry height="180" width="166.25" x="4219.5" y="2190" as="geometry" />
        </mxCell>
        <mxCell id="In8fDh9ZLN2M87an2Miy-113" parent="1" style="whiteSpace=wrap;html=1;" value="status = approved&lt;br&gt;processed_at = now&lt;br&gt;release held_amount&lt;br&gt;create loan" vertex="1">
          <mxGeometry height="72.5" width="130" x="5329.37" y="2243.75" as="geometry" />
        </mxCell>
        <mxCell id="In8fDh9ZLN2M87an2Miy-122" edge="1" parent="1" source="In8fDh9ZLN2M87an2Miy-118" style="edgeStyle=orthogonalEdgeStyle;rounded=0;orthogonalLoop=1;jettySize=auto;html=1;" target="In8fDh9ZLN2M87an2Miy-121" value="">
          <mxGeometry relative="1" as="geometry" />
        </mxCell>
        <mxCell id="In8fDh9ZLN2M87an2Miy-118" parent="1" style="whiteSpace=wrap;html=1;" value="row lock&lt;br&gt;loan_application" vertex="1">
          <mxGeometry height="60" width="120" x="4069.5" y="1402.5" as="geometry" />
        </mxCell>
        <mxCell id="In8fDh9ZLN2M87an2Miy-124" edge="1" parent="1" source="In8fDh9ZLN2M87an2Miy-121" style="edgeStyle=orthogonalEdgeStyle;rounded=0;orthogonalLoop=1;jettySize=auto;html=1;" target="In8fDh9ZLN2M87an2Miy-123" value="">
          <mxGeometry relative="1" as="geometry" />
        </mxCell>
        <mxCell id="In8fDh9ZLN2M87an2Miy-125" edge="1" parent="1" source="In8fDh9ZLN2M87an2Miy-121" style="edgeStyle=orthogonalEdgeStyle;rounded=0;orthogonalLoop=1;jettySize=auto;html=1;entryX=0.5;entryY=0;entryDx=0;entryDy=0;" target="In8fDh9ZLN2M87an2Miy-69">
          <mxGeometry relative="1" as="geometry" />
        </mxCell>
        <mxCell id="In8fDh9ZLN2M87an2Miy-121" parent="1" style="rhombus;whiteSpace=wrap;html=1;" value="processed_at &lt;br&gt;is not null" vertex="1">
          <mxGeometry height="115" width="110" x="4249.5" y="1375" as="geometry" />
        </mxCell>
        <mxCell id="In8fDh9ZLN2M87an2Miy-123" parent="1" style="whiteSpace=wrap;html=1;" value="skip processing" vertex="1">
          <mxGeometry height="60" width="120" x="4434.5" y="1402.5" as="geometry" />
        </mxCell>
        <mxCell id="In8fDh9ZLN2M87an2Miy-216" edge="1" parent="1" source="In8fDh9ZLN2M87an2Miy-126" style="edgeStyle=orthogonalEdgeStyle;rounded=0;orthogonalLoop=1;jettySize=auto;html=1;entryX=0.5;entryY=0;entryDx=0;entryDy=0;" target="In8fDh9ZLN2M87an2Miy-214">
          <mxGeometry relative="1" as="geometry" />
        </mxCell>
        <mxCell id="In8fDh9ZLN2M87an2Miy-126" parent="1" style="whiteSpace=wrap;html=1;" value="polaris&lt;br&gt;/loan/&lt;span style=&quot;white-space: pre-wrap; color: rgb(33, 33, 33); font-family: Inter, system-ui, -apple-system, &amp;quot;system-ui&amp;quot;, &amp;quot;Segoe UI&amp;quot;, Roboto, Oxygen, Ubuntu, Cantarell, &amp;quot;Fira Sans&amp;quot;, &amp;quot;Droid Sans&amp;quot;, Helvetica, Arial, sans-serif; text-align: left; background-color: rgb(255, 255, 255);&quot;&gt;grantLoanNonCash&lt;/span&gt;" vertex="1">
          <mxGeometry height="60" width="157.38" x="4223.93" y="2440" as="geometry" />
        </mxCell>
        <mxCell id="In8fDh9ZLN2M87an2Miy-130" parent="1" style="rounded=0;whiteSpace=wrap;html=1;fontSize=21;" value="WHERE TO TRIGGER CGW???" vertex="1">
          <mxGeometry height="290" width="450.63" x="5420" y="2815" as="geometry" />
        </mxCell>
        <mxCell id="In8fDh9ZLN2M87an2Miy-133" edge="1" parent="1" source="In8fDh9ZLN2M87an2Miy-131" style="edgeStyle=orthogonalEdgeStyle;rounded=0;orthogonalLoop=1;jettySize=auto;html=1;" target="In8fDh9ZLN2M87an2Miy-88" value="">
          <mxGeometry relative="1" as="geometry" />
        </mxCell>
        <mxCell id="In8fDh9ZLN2M87an2Miy-131" parent="1" style="whiteSpace=wrap;html=1;" value="processed_at = now" vertex="1">
          <mxGeometry height="60" width="120" x="5616.37" y="1942.5" as="geometry" />
        </mxCell>
        <mxCell id="In8fDh9ZLN2M87an2Miy-141" edge="1" parent="1" source="In8fDh9ZLN2M87an2Miy-134" style="edgeStyle=orthogonalEdgeStyle;rounded=0;orthogonalLoop=1;jettySize=auto;html=1;entryX=0;entryY=0.5;entryDx=0;entryDy=0;" target="In8fDh9ZLN2M87an2Miy-139">
          <mxGeometry relative="1" as="geometry" />
        </mxCell>
        <mxCell id="In8fDh9ZLN2M87an2Miy-145" edge="1" parent="1" source="In8fDh9ZLN2M87an2Miy-134" style="edgeStyle=orthogonalEdgeStyle;rounded=0;orthogonalLoop=1;jettySize=auto;html=1;" target="In8fDh9ZLN2M87an2Miy-144" value="">
          <mxGeometry relative="1" as="geometry" />
        </mxCell>
        <mxCell id="In8fDh9ZLN2M87an2Miy-134" parent="1" style="rhombus;whiteSpace=wrap;html=1;" value="casa -&amp;gt; domestic (CGW)&lt;br&gt;exists?" vertex="1">
          <mxGeometry height="180" width="190" x="4860" y="2190" as="geometry" />
        </mxCell>
        <mxCell id="In8fDh9ZLN2M87an2Miy-142" edge="1" parent="1" source="In8fDh9ZLN2M87an2Miy-139" style="edgeStyle=orthogonalEdgeStyle;rounded=0;orthogonalLoop=1;jettySize=auto;html=1;entryX=0;entryY=0.5;entryDx=0;entryDy=0;" target="In8fDh9ZLN2M87an2Miy-113">
          <mxGeometry relative="1" as="geometry" />
        </mxCell>
        <mxCell id="In8fDh9ZLN2M87an2Miy-227" edge="1" parent="1" source="In8fDh9ZLN2M87an2Miy-139" style="edgeStyle=orthogonalEdgeStyle;rounded=0;orthogonalLoop=1;jettySize=auto;html=1;entryX=1;entryY=0.5;entryDx=0;entryDy=0;" target="In8fDh9ZLN2M87an2Miy-225">
          <mxGeometry relative="1" as="geometry">
            <Array as="points">
              <mxPoint x="5196" y="2460" />
            </Array>
          </mxGeometry>
        </mxCell>
        <mxCell id="In8fDh9ZLN2M87an2Miy-139" parent="1" style="rhombus;whiteSpace=wrap;html=1;" value="casa -&amp;gt; domestic (CGW)&lt;br&gt;amount match" vertex="1">
          <mxGeometry height="180" width="172.5" x="5110" y="2190" as="geometry" />
        </mxCell>
        <mxCell id="In8fDh9ZLN2M87an2Miy-147" edge="1" parent="1" source="In8fDh9ZLN2M87an2Miy-144" style="edgeStyle=orthogonalEdgeStyle;rounded=0;orthogonalLoop=1;jettySize=auto;html=1;" target="In8fDh9ZLN2M87an2Miy-146" value="">
          <mxGeometry relative="1" as="geometry" />
        </mxCell>
        <mxCell id="In8fDh9ZLN2M87an2Miy-144" parent="1" style="whiteSpace=wrap;html=1;" value="Trigger CGW" vertex="1">
          <mxGeometry height="60" width="120" x="4895" y="2510" as="geometry" />
        </mxCell>
        <mxCell id="In8fDh9ZLN2M87an2Miy-148" edge="1" parent="1" source="In8fDh9ZLN2M87an2Miy-146" style="edgeStyle=orthogonalEdgeStyle;rounded=0;orthogonalLoop=1;jettySize=auto;html=1;entryX=0.5;entryY=1;entryDx=0;entryDy=0;" target="In8fDh9ZLN2M87an2Miy-113">
          <mxGeometry relative="1" as="geometry" />
        </mxCell>
        <mxCell id="In8fDh9ZLN2M87an2Miy-150" edge="1" parent="1" source="In8fDh9ZLN2M87an2Miy-146" style="edgeStyle=orthogonalEdgeStyle;rounded=0;orthogonalLoop=1;jettySize=auto;html=1;" target="In8fDh9ZLN2M87an2Miy-149" value="">
          <mxGeometry relative="1" as="geometry" />
        </mxCell>
        <mxCell id="In8fDh9ZLN2M87an2Miy-146" parent="1" style="rhombus;whiteSpace=wrap;html=1;" value="200" vertex="1">
          <mxGeometry height="80" width="80" x="5115" y="2500" as="geometry" />
        </mxCell>
        <mxCell id="In8fDh9ZLN2M87an2Miy-149" parent="1" style="whiteSpace=wrap;html=1;" value="next_retry_at = now + 5min" vertex="1">
          <mxGeometry height="60" width="155" x="5077.5" y="2650" as="geometry" />
        </mxCell>
        <mxCell id="In8fDh9ZLN2M87an2Miy-176" edge="1" parent="1" source="In8fDh9ZLN2M87an2Miy-152" style="edgeStyle=orthogonalEdgeStyle;rounded=0;orthogonalLoop=1;jettySize=auto;html=1;" target="In8fDh9ZLN2M87an2Miy-175" value="">
          <mxGeometry relative="1" as="geometry" />
        </mxCell>
        <mxCell id="In8fDh9ZLN2M87an2Miy-244" edge="1" parent="1" source="In8fDh9ZLN2M87an2Miy-152" style="edgeStyle=orthogonalEdgeStyle;rounded=0;orthogonalLoop=1;jettySize=auto;html=1;entryX=0;entryY=0.5;entryDx=0;entryDy=0;" target="In8fDh9ZLN2M87an2Miy-162">
          <mxGeometry relative="1" as="geometry" />
        </mxCell>
        <mxCell id="In8fDh9ZLN2M87an2Miy-152" parent="1" style="rhombus;whiteSpace=wrap;html=1;" value="loan_application.amount &amp;lt;= line.available_amount&lt;br&gt;(hold amount does &lt;br&gt;not exceed available)" vertex="1">
          <mxGeometry height="190" width="230" x="1000" y="1040" as="geometry" />
        </mxCell>
        <mxCell id="In8fDh9ZLN2M87an2Miy-158" edge="1" parent="1" source="In8fDh9ZLN2M87an2Miy-247" style="edgeStyle=orthogonalEdgeStyle;rounded=0;orthogonalLoop=1;jettySize=auto;html=1;entryX=0;entryY=0.5;entryDx=0;entryDy=0;exitX=0.989;exitY=0.096;exitDx=0;exitDy=0;exitPerimeter=0;" target="In8fDh9ZLN2M87an2Miy-157">
          <mxGeometry relative="1" as="geometry">
            <mxPoint x="2300" y="1137.5714285714284" as="sourcePoint" />
          </mxGeometry>
        </mxCell>
        <mxCell id="In8fDh9ZLN2M87an2Miy-177" edge="1" parent="1" style="edgeStyle=orthogonalEdgeStyle;rounded=0;orthogonalLoop=1;jettySize=auto;html=1;entryX=0;entryY=0.5;entryDx=0;entryDy=0;">
          <mxGeometry relative="1" as="geometry">
            <Array as="points">
              <mxPoint x="2410" y="1165" />
              <mxPoint x="2410" y="1425" />
            </Array>
            <mxPoint x="2400" y="1165" as="sourcePoint" />
            <mxPoint x="3119.5" y="1425" as="targetPoint" />
          </mxGeometry>
        </mxCell>
        <mxCell id="In8fDh9ZLN2M87an2Miy-192" connectable="0" parent="In8fDh9ZLN2M87an2Miy-177" style="edgeLabel;html=1;align=center;verticalAlign=middle;resizable=0;points=[];" value="return warning?,&lt;br&gt;row is now scheduler&#39;s task&lt;div&gt;&lt;br&gt;&lt;/div&gt;" vertex="1">
          <mxGeometry relative="1" x="-0.7641" as="geometry">
            <mxPoint y="1" as="offset" />
          </mxGeometry>
        </mxCell>
        <mxCell id="In8fDh9ZLN2M87an2Miy-157" parent="1" style="rhombus;whiteSpace=wrap;html=1;" value="all&lt;br&gt;200" vertex="1">
          <mxGeometry height="80" width="80" x="2370" y="1097.5" as="geometry" />
        </mxCell>
        <mxCell id="In8fDh9ZLN2M87an2Miy-243" edge="1" parent="1" source="In8fDh9ZLN2M87an2Miy-161" style="edgeStyle=orthogonalEdgeStyle;rounded=0;orthogonalLoop=1;jettySize=auto;html=1;entryX=0;entryY=0.5;entryDx=0;entryDy=0;" target="In8fDh9ZLN2M87an2Miy-152">
          <mxGeometry relative="1" as="geometry" />
        </mxCell>
        <mxCell id="In8fDh9ZLN2M87an2Miy-161" parent="1" style="rounded=0;whiteSpace=wrap;html=1;" value="loan account row lock" vertex="1">
          <mxGeometry height="60" width="145" x="735" y="1105" as="geometry" />
        </mxCell>
        <mxCell id="In8fDh9ZLN2M87an2Miy-165" edge="1" parent="1" source="In8fDh9ZLN2M87an2Miy-162" style="edgeStyle=orthogonalEdgeStyle;rounded=0;orthogonalLoop=1;jettySize=auto;html=1;" target="In8fDh9ZLN2M87an2Miy-12">
          <mxGeometry relative="1" as="geometry" />
        </mxCell>
        <mxCell id="In8fDh9ZLN2M87an2Miy-162" parent="1" style="rounded=0;whiteSpace=wrap;html=1;" value="&lt;span style=&quot;font-weight: 700; text-align: left;&quot;&gt;ROWLOCK - loan_limits.held_amount += amount&lt;/span&gt;" vertex="1">
          <mxGeometry height="60" width="215" x="1345" y="1105" as="geometry" />
        </mxCell>
        <mxCell id="In8fDh9ZLN2M87an2Miy-184" edge="1" parent="1" source="In8fDh9ZLN2M87an2Miy-166" style="edgeStyle=orthogonalEdgeStyle;rounded=0;orthogonalLoop=1;jettySize=auto;html=1;" target="In8fDh9ZLN2M87an2Miy-183" value="">
          <mxGeometry relative="1" as="geometry" />
        </mxCell>
        <mxCell id="In8fDh9ZLN2M87an2Miy-166" parent="1" style="swimlane;fontStyle=0;childLayout=stackLayout;horizontal=1;startSize=30;horizontalStack=0;resizeParent=1;resizeParentMax=0;resizeLast=0;collapsible=1;marginBottom=0;whiteSpace=wrap;html=1;" value="Loan issued" vertex="1">
          <mxGeometry height="150" width="210" x="2590" y="1115" as="geometry" />
        </mxCell>
        <mxCell id="In8fDh9ZLN2M87an2Miy-167" parent="In8fDh9ZLN2M87an2Miy-166" style="text;strokeColor=none;fillColor=none;align=left;verticalAlign=middle;spacingLeft=4;spacingRight=4;overflow=hidden;points=[[0,0.5],[1,0.5]];portConstraint=eastwest;rotatable=0;whiteSpace=wrap;html=1;" value="loan_application = approved" vertex="1">
          <mxGeometry height="30" width="210" y="30" as="geometry" />
        </mxCell>
        <mxCell id="In8fDh9ZLN2M87an2Miy-168" parent="In8fDh9ZLN2M87an2Miy-166" style="text;strokeColor=none;fillColor=none;align=left;verticalAlign=middle;spacingLeft=4;spacingRight=4;overflow=hidden;points=[[0,0.5],[1,0.5]];portConstraint=eastwest;rotatable=0;whiteSpace=wrap;html=1;" value="create loan" vertex="1">
          <mxGeometry height="30" width="210" y="60" as="geometry" />
        </mxCell>
        <mxCell id="In8fDh9ZLN2M87an2Miy-169" parent="In8fDh9ZLN2M87an2Miy-166" style="text;strokeColor=none;fillColor=none;align=left;verticalAlign=middle;spacingLeft=4;spacingRight=4;overflow=hidden;points=[[0,0.5],[1,0.5]];portConstraint=eastwest;rotatable=0;whiteSpace=wrap;html=1;" value="release lock" vertex="1">
          <mxGeometry height="30" width="210" y="90" as="geometry" />
        </mxCell>
        <mxCell id="In8fDh9ZLN2M87an2Miy-191" parent="In8fDh9ZLN2M87an2Miy-166" style="text;strokeColor=none;fillColor=none;align=left;verticalAlign=middle;spacingLeft=4;spacingRight=4;overflow=hidden;points=[[0,0.5],[1,0.5]];portConstraint=eastwest;rotatable=0;whiteSpace=wrap;html=1;" value="processed_at = now" vertex="1">
          <mxGeometry height="30" width="210" y="120" as="geometry" />
        </mxCell>
        <mxCell id="In8fDh9ZLN2M87an2Miy-170" edge="1" parent="1" source="In8fDh9ZLN2M87an2Miy-157" style="edgeStyle=orthogonalEdgeStyle;rounded=0;orthogonalLoop=1;jettySize=auto;html=1;entryX=0.003;entryY=0.156;entryDx=0;entryDy=0;entryPerimeter=0;" target="In8fDh9ZLN2M87an2Miy-166">
          <mxGeometry relative="1" as="geometry" />
        </mxCell>
        <mxCell id="In8fDh9ZLN2M87an2Miy-174" parent="1" style="text;html=1;whiteSpace=wrap;strokeColor=none;fillColor=none;align=center;verticalAlign=middle;rounded=0;" value="&lt;div style=&quot;background-color:#ffffff;color:#080808&quot;&gt;&lt;pre style=&quot;font-family:&#39;JetBrains Mono&#39;,monospace;font-size:9.8pt;&quot;&gt;&lt;span style=&quot;color:#9e880d;&quot;&gt;@Transactional&lt;/span&gt;(propagation = &lt;span style=&quot;color:#000000;&quot;&gt;Propagation&lt;/span&gt;.&lt;span style=&quot;color:#871094;font-style:italic;&quot;&gt;REQUIRES_NEW&lt;/span&gt;)&lt;/pre&gt;&lt;/div&gt;" vertex="1">
          <mxGeometry height="30" width="240" x="1010" y="980" as="geometry" />
        </mxCell>
        <mxCell id="In8fDh9ZLN2M87an2Miy-175" parent="1" style="whiteSpace=wrap;html=1;" value="Rollback, return error" vertex="1">
          <mxGeometry height="60" width="132.5" x="1048.75" y="1352.5" as="geometry" />
        </mxCell>
        <mxCell id="In8fDh9ZLN2M87an2Miy-186" edge="1" parent="1" source="In8fDh9ZLN2M87an2Miy-183" style="edgeStyle=orthogonalEdgeStyle;rounded=0;orthogonalLoop=1;jettySize=auto;html=1;" target="In8fDh9ZLN2M87an2Miy-185" value="">
          <mxGeometry relative="1" as="geometry" />
        </mxCell>
        <mxCell id="In8fDh9ZLN2M87an2Miy-187" edge="1" parent="1" source="In8fDh9ZLN2M87an2Miy-183" style="edgeStyle=orthogonalEdgeStyle;rounded=0;orthogonalLoop=1;jettySize=auto;html=1;" target="In8fDh9ZLN2M87an2Miy-105">
          <mxGeometry relative="1" as="geometry">
            <Array as="points">
              <mxPoint x="2995" y="1427" />
            </Array>
          </mxGeometry>
        </mxCell>
        <mxCell id="In8fDh9ZLN2M87an2Miy-195" connectable="0" parent="In8fDh9ZLN2M87an2Miy-187" style="edgeLabel;html=1;align=center;verticalAlign=middle;resizable=0;points=[];" value="return warning?,&lt;br&gt;row is now scheduler&#39;s task&lt;div&gt;&lt;br&gt;&lt;/div&gt;" vertex="1">
          <mxGeometry relative="1" x="-0.5656" y="1" as="geometry">
            <mxPoint as="offset" />
          </mxGeometry>
        </mxCell>
        <mxCell id="In8fDh9ZLN2M87an2Miy-183" parent="1" style="rhombus;whiteSpace=wrap;html=1;fontStyle=0;startSize=30;horizontal=1;" value="db transaction success?" vertex="1">
          <mxGeometry height="135" width="130" x="2930" y="1122.5" as="geometry" />
        </mxCell>
        <mxCell id="In8fDh9ZLN2M87an2Miy-185" parent="1" style="whiteSpace=wrap;html=1;fontStyle=0;startSize=30;horizontal=1;" value="return success to client" vertex="1">
          <mxGeometry height="60" width="120" x="3145" y="1160" as="geometry" />
        </mxCell>
        <mxCell id="In8fDh9ZLN2M87an2Miy-189" parent="1" style="text;html=1;whiteSpace=wrap;strokeColor=none;fillColor=none;align=center;verticalAlign=middle;rounded=0;fontSize=26;" value="&lt;div style=&quot;background-color:#ffffff;color:#080808&quot;&gt;&lt;pre style=&quot;font-family: &amp;quot;JetBrains Mono&amp;quot;, monospace;&quot;&gt;&lt;span style=&quot;color:#9e880d;&quot;&gt;@Transactional&lt;/span&gt;(propagation = &lt;span style=&quot;color:#000000;&quot;&gt;Propagation&lt;/span&gt;.&lt;span style=&quot;color:#871094;font-style:italic;&quot;&gt;REQUIRES_NEW&lt;/span&gt;)&lt;/pre&gt;&lt;/div&gt;" vertex="1">
          <mxGeometry height="30" width="240" x="4918.87" y="1265" as="geometry" />
        </mxCell>
        <mxCell id="In8fDh9ZLN2M87an2Miy-198" parent="1" style="text;html=1;whiteSpace=wrap;strokeColor=none;fillColor=none;align=center;verticalAlign=middle;rounded=0;fontSize=32;" value="BNPL request flow" vertex="1">
          <mxGeometry height="30" width="470" x="-80" y="2930" as="geometry" />
        </mxCell>
        <mxCell id="In8fDh9ZLN2M87an2Miy-199" edge="1" parent="1" source="In8fDh9ZLN2M87an2Miy-200" style="edgeStyle=orthogonalEdgeStyle;rounded=0;orthogonalLoop=1;jettySize=auto;html=1;" target="In8fDh9ZLN2M87an2Miy-202" value="">
          <mxGeometry relative="1" as="geometry" />
        </mxCell>
        <mxCell id="In8fDh9ZLN2M87an2Miy-200" parent="1" style="shape=umlActor;verticalLabelPosition=bottom;verticalAlign=top;html=1;outlineConnect=0;" value="Actor" vertex="1">
          <mxGeometry height="60" width="30" x="20" y="3135" as="geometry" />
        </mxCell>
        <mxCell id="In8fDh9ZLN2M87an2Miy-201" edge="1" parent="1" source="In8fDh9ZLN2M87an2Miy-202" style="edgeStyle=orthogonalEdgeStyle;rounded=0;orthogonalLoop=1;jettySize=auto;html=1;entryX=0.011;entryY=0.06;entryDx=0;entryDy=0;entryPerimeter=0;" target="In8fDh9ZLN2M87an2Miy-209" value="">
          <mxGeometry relative="1" as="geometry">
            <mxPoint x="440" y="3165" as="targetPoint" />
          </mxGeometry>
        </mxCell>
        <mxCell id="In8fDh9ZLN2M87an2Miy-202" parent="1" style="whiteSpace=wrap;html=1;verticalAlign=top;" value="&lt;div&gt;&lt;br&gt;&lt;/div&gt;&lt;div&gt;One tap loan&lt;/div&gt;" vertex="1">
          <mxGeometry height="60" width="120" x="230" y="3135" as="geometry" />
        </mxCell>
        <mxCell id="In8fDh9ZLN2M87an2Miy-203" edge="1" parent="1" source="In8fDh9ZLN2M87an2Miy-205" style="edgeStyle=orthogonalEdgeStyle;rounded=0;orthogonalLoop=1;jettySize=auto;html=1;" target="In8fDh9ZLN2M87an2Miy-206" value="">
          <mxGeometry relative="1" as="geometry" />
        </mxCell>
        <mxCell id="In8fDh9ZLN2M87an2Miy-204" connectable="0" parent="In8fDh9ZLN2M87an2Miy-203" style="edgeLabel;html=1;align=center;verticalAlign=middle;resizable=0;points=[];" value="0" vertex="1">
          <mxGeometry relative="1" x="-0.2091" y="-1" as="geometry">
            <mxPoint as="offset" />
          </mxGeometry>
        </mxCell>
        <mxCell id="In8fDh9ZLN2M87an2Miy-213" edge="1" parent="1" source="In8fDh9ZLN2M87an2Miy-205" style="edgeStyle=orthogonalEdgeStyle;rounded=0;orthogonalLoop=1;jettySize=auto;html=1;" target="In8fDh9ZLN2M87an2Miy-212" value="">
          <mxGeometry relative="1" as="geometry" />
        </mxCell>
        <mxCell id="In8fDh9ZLN2M87an2Miy-205" parent="1" style="rhombus;whiteSpace=wrap;html=1;verticalAlign=top;" value="&lt;br&gt;&lt;br&gt;&lt;div&gt;&lt;br&gt;&lt;/div&gt;&lt;div&gt;Loan validation&lt;br&gt;success&lt;/div&gt;" vertex="1">
          <mxGeometry height="120" width="140" x="720" y="3105" as="geometry" />
        </mxCell>
        <mxCell id="In8fDh9ZLN2M87an2Miy-206" parent="1" style="whiteSpace=wrap;html=1;verticalAlign=middle;" value="Return err message" vertex="1">
          <mxGeometry height="60" width="120" x="730" y="3305" as="geometry" />
        </mxCell>
        <mxCell id="In8fDh9ZLN2M87an2Miy-207" edge="1" parent="1" source="In8fDh9ZLN2M87an2Miy-208" style="edgeStyle=orthogonalEdgeStyle;rounded=0;orthogonalLoop=1;jettySize=auto;html=1;entryX=0;entryY=0.5;entryDx=0;entryDy=0;" target="In8fDh9ZLN2M87an2Miy-205">
          <mxGeometry relative="1" as="geometry" />
        </mxCell>
        <mxCell id="In8fDh9ZLN2M87an2Miy-208" parent="1" style="swimlane;fontStyle=0;childLayout=stackLayout;horizontal=1;startSize=30;horizontalStack=0;resizeParent=1;resizeParentMax=0;resizeLast=0;collapsible=1;marginBottom=0;whiteSpace=wrap;html=1;" value="Validations" vertex="1">
          <mxGeometry height="120" width="140" x="460" y="3135" as="geometry" />
        </mxCell>
        <mxCell id="In8fDh9ZLN2M87an2Miy-209" parent="In8fDh9ZLN2M87an2Miy-208" style="text;strokeColor=none;fillColor=none;align=left;verticalAlign=middle;spacingLeft=4;spacingRight=4;overflow=hidden;points=[[0,0.5],[1,0.5]];portConstraint=eastwest;rotatable=0;whiteSpace=wrap;html=1;" value="user status" vertex="1">
          <mxGeometry height="30" width="140" y="30" as="geometry" />
        </mxCell>
        <mxCell id="In8fDh9ZLN2M87an2Miy-210" parent="In8fDh9ZLN2M87an2Miy-208" style="text;strokeColor=none;fillColor=none;align=left;verticalAlign=middle;spacingLeft=4;spacingRight=4;overflow=hidden;points=[[0,0.5],[1,0.5]];portConstraint=eastwest;rotatable=0;whiteSpace=wrap;html=1;" value="kyc status" vertex="1">
          <mxGeometry height="30" width="140" y="60" as="geometry" />
        </mxCell>
        <mxCell id="In8fDh9ZLN2M87an2Miy-211" parent="In8fDh9ZLN2M87an2Miy-208" style="text;strokeColor=none;fillColor=none;align=left;verticalAlign=middle;spacingLeft=4;spacingRight=4;overflow=hidden;points=[[0,0.5],[1,0.5]];portConstraint=eastwest;rotatable=0;whiteSpace=wrap;html=1;" value="loan limit status" vertex="1">
          <mxGeometry height="30" width="140" y="90" as="geometry" />
        </mxCell>
        <mxCell id="In8fDh9ZLN2M87an2Miy-212" parent="1" style="whiteSpace=wrap;html=1;verticalAlign=middle;" value="Same as one-tap ??" vertex="1">
          <mxGeometry height="60" width="120" x="950" y="3135" as="geometry" />
        </mxCell>
        <mxCell id="In8fDh9ZLN2M87an2Miy-218" edge="1" parent="1" source="In8fDh9ZLN2M87an2Miy-214" style="edgeStyle=orthogonalEdgeStyle;rounded=0;orthogonalLoop=1;jettySize=auto;html=1;entryX=0;entryY=0.5;entryDx=0;entryDy=0;" target="In8fDh9ZLN2M87an2Miy-134">
          <mxGeometry relative="1" as="geometry">
            <Array as="points">
              <mxPoint x="4860" y="2630" />
            </Array>
          </mxGeometry>
        </mxCell>
        <mxCell id="In8fDh9ZLN2M87an2Miy-221" edge="1" parent="1" source="In8fDh9ZLN2M87an2Miy-214" style="edgeStyle=orthogonalEdgeStyle;rounded=0;orthogonalLoop=1;jettySize=auto;html=1;entryX=0;entryY=0.5;entryDx=0;entryDy=0;" target="In8fDh9ZLN2M87an2Miy-149">
          <mxGeometry relative="1" as="geometry">
            <Array as="points">
              <mxPoint x="4303" y="2680" />
            </Array>
          </mxGeometry>
        </mxCell>
        <mxCell id="In8fDh9ZLN2M87an2Miy-214" parent="1" style="rhombus;whiteSpace=wrap;html=1;" value="200" vertex="1">
          <mxGeometry height="80" width="80" x="4262.62" y="2590" as="geometry" />
        </mxCell>
        <mxCell id="In8fDh9ZLN2M87an2Miy-223" edge="1" parent="1" source="In8fDh9ZLN2M87an2Miy-222" style="edgeStyle=orthogonalEdgeStyle;rounded=0;orthogonalLoop=1;jettySize=auto;html=1;" target="In8fDh9ZLN2M87an2Miy-134">
          <mxGeometry relative="1" as="geometry" />
        </mxCell>
        <mxCell id="In8fDh9ZLN2M87an2Miy-226" edge="1" parent="1" source="In8fDh9ZLN2M87an2Miy-222" style="edgeStyle=orthogonalEdgeStyle;rounded=0;orthogonalLoop=1;jettySize=auto;html=1;" target="In8fDh9ZLN2M87an2Miy-225" value="">
          <mxGeometry relative="1" as="geometry" />
        </mxCell>
        <mxCell id="In8fDh9ZLN2M87an2Miy-222" parent="1" style="rhombus;whiteSpace=wrap;html=1;" value="loan -&amp;gt; casa &lt;br&gt;amount match" vertex="1">
          <mxGeometry height="156.25" width="155" x="4561.37" y="2201.88" as="geometry" />
        </mxCell>
        <mxCell id="In8fDh9ZLN2M87an2Miy-225" parent="1" style="whiteSpace=wrap;html=1;" value="status = manual_review??" vertex="1">
          <mxGeometry height="60" width="120" x="4578.87" y="2429.995" as="geometry" />
        </mxCell>
        <mxCell id="In8fDh9ZLN2M87an2Miy-234" edge="1" parent="1" source="In8fDh9ZLN2M87an2Miy-228" style="edgeStyle=orthogonalEdgeStyle;rounded=0;orthogonalLoop=1;jettySize=auto;html=1;" target="In8fDh9ZLN2M87an2Miy-233" value="">
          <mxGeometry relative="1" as="geometry" />
        </mxCell>
        <mxCell id="In8fDh9ZLN2M87an2Miy-245" edge="1" parent="1" source="In8fDh9ZLN2M87an2Miy-228" style="edgeStyle=orthogonalEdgeStyle;rounded=0;orthogonalLoop=1;jettySize=auto;html=1;entryX=0;entryY=0.5;entryDx=0;entryDy=0;" target="In8fDh9ZLN2M87an2Miy-161">
          <mxGeometry relative="1" as="geometry" />
        </mxCell>
        <mxCell id="In8fDh9ZLN2M87an2Miy-228" parent="1" style="rhombus;whiteSpace=wrap;html=1;" value="Polaris&lt;br&gt;/line/&lt;span style=&quot;color: rgb(33, 33, 33); font-family: Inter, system-ui, -apple-system, &amp;quot;system-ui&amp;quot;, &amp;quot;Segoe UI&amp;quot;, Roboto, Oxygen, Ubuntu, Cantarell, &amp;quot;Fira Sans&amp;quot;, &amp;quot;Droid Sans&amp;quot;, Helvetica, Arial, sans-serif; text-align: left; white-space: pre-wrap; background-color: rgb(255, 255, 255);&quot;&gt;getAccountDetail&lt;/span&gt;&lt;br&gt;200" vertex="1">
          <mxGeometry height="225" width="260" x="190" y="1020" as="geometry" />
        </mxCell>
        <mxCell id="In8fDh9ZLN2M87an2Miy-236" edge="1" parent="1" source="In8fDh9ZLN2M87an2Miy-233" style="edgeStyle=orthogonalEdgeStyle;rounded=0;orthogonalLoop=1;jettySize=auto;html=1;" target="In8fDh9ZLN2M87an2Miy-235" value="">
          <mxGeometry relative="1" as="geometry" />
        </mxCell>
        <mxCell id="In8fDh9ZLN2M87an2Miy-242" edge="1" parent="1" source="In8fDh9ZLN2M87an2Miy-233" style="edgeStyle=orthogonalEdgeStyle;rounded=0;orthogonalLoop=1;jettySize=auto;html=1;entryX=0;entryY=0.5;entryDx=0;entryDy=0;" target="In8fDh9ZLN2M87an2Miy-241" value="">
          <mxGeometry relative="1" as="geometry">
            <mxPoint x="390" y="1372.5" as="targetPoint" />
          </mxGeometry>
        </mxCell>
        <mxCell id="In8fDh9ZLN2M87an2Miy-233" parent="1" style="rhombus;whiteSpace=wrap;html=1;" value="501" vertex="1">
          <mxGeometry height="80" width="80" x="280" y="1332.5" as="geometry" />
        </mxCell>
        <mxCell id="In8fDh9ZLN2M87an2Miy-238" edge="1" parent="1" source="In8fDh9ZLN2M87an2Miy-235" style="edgeStyle=orthogonalEdgeStyle;rounded=0;orthogonalLoop=1;jettySize=auto;html=1;entryX=0;entryY=0.5;entryDx=0;entryDy=0;" target="In8fDh9ZLN2M87an2Miy-237" value="">
          <mxGeometry relative="1" as="geometry">
            <mxPoint x="460" y="1555" as="targetPoint" />
          </mxGeometry>
        </mxCell>
        <mxCell id="In8fDh9ZLN2M87an2Miy-240" edge="1" parent="1" source="In8fDh9ZLN2M87an2Miy-235" style="edgeStyle=orthogonalEdgeStyle;rounded=0;orthogonalLoop=1;jettySize=auto;html=1;" target="In8fDh9ZLN2M87an2Miy-239" value="">
          <mxGeometry relative="1" as="geometry" />
        </mxCell>
        <mxCell id="In8fDh9ZLN2M87an2Miy-235" parent="1" style="rhombus;whiteSpace=wrap;html=1;" value="timeout, http err" vertex="1">
          <mxGeometry height="125" width="120" x="260" y="1492.5" as="geometry" />
        </mxCell>
        <mxCell id="In8fDh9ZLN2M87an2Miy-237" parent="1" style="whiteSpace=wrap;html=1;" value="return err msg&lt;br&gt;try again" vertex="1">
          <mxGeometry height="60" width="120" x="480" y="1525" as="geometry" />
        </mxCell>
        <mxCell id="In8fDh9ZLN2M87an2Miy-239" parent="1" style="whiteSpace=wrap;html=1;" value="return err msg&lt;br&gt;try again?" vertex="1">
          <mxGeometry height="60" width="120" x="260" y="1730" as="geometry" />
        </mxCell>
        <mxCell id="In8fDh9ZLN2M87an2Miy-241" parent="1" style="whiteSpace=wrap;html=1;" value="return err msg" vertex="1">
          <mxGeometry height="60" width="120" x="460" y="1345" as="geometry" />
        </mxCell>
        <mxCell id="In8fDh9ZLN2M87an2Miy-247" parent="1" style="swimlane;fontStyle=0;childLayout=stackLayout;horizontal=1;startSize=30;horizontalStack=0;resizeParent=1;resizeParentMax=0;resizeLast=0;collapsible=1;marginBottom=0;whiteSpace=wrap;html=1;" value="Call Polaris APIs in order:" vertex="1">
          <mxGeometry height="210" width="270" x="2050" y="1115" as="geometry" />
        </mxCell>
        <mxCell id="In8fDh9ZLN2M87an2Miy-248" parent="In8fDh9ZLN2M87an2Miy-247" style="text;strokeColor=none;fillColor=none;align=left;verticalAlign=middle;spacingLeft=4;spacingRight=4;overflow=hidden;points=[[0,0.5],[1,0.5]];portConstraint=eastwest;rotatable=0;whiteSpace=wrap;html=1;" value="&lt;span style=&quot;text-align: center;&quot;&gt;/loan/createAccount - no retry&lt;/span&gt;" vertex="1">
          <mxGeometry height="30" width="270" y="30" as="geometry" />
        </mxCell>
        <mxCell id="In8fDh9ZLN2M87an2Miy-250" parent="In8fDh9ZLN2M87an2Miy-247" style="text;strokeColor=none;fillColor=none;align=left;verticalAlign=middle;spacingLeft=4;spacingRight=4;overflow=hidden;points=[[0,0.5],[1,0.5]];portConstraint=eastwest;rotatable=0;whiteSpace=wrap;html=1;" value="&lt;span style=&quot;text-align: center;&quot;&gt;/loan/&lt;/span&gt;&lt;span style=&quot;background-color: rgb(252, 246, 219); color: rgb(0, 0, 0); font-family: &amp;quot;Anonymous Pro&amp;quot;, Menlo, Consolas, &amp;quot;Bitstream Vera Sans Mono&amp;quot;, &amp;quot;Courier New&amp;quot;, monospace; font-size: 0.9em;&quot;&gt;createNrsSchedule - retry&lt;/span&gt;" vertex="1">
          <mxGeometry height="30" width="270" y="60" as="geometry" />
        </mxCell>
        <mxCell id="In8fDh9ZLN2M87an2Miy-257" parent="In8fDh9ZLN2M87an2Miy-247" style="text;strokeColor=none;fillColor=none;align=left;verticalAlign=middle;spacingLeft=4;spacingRight=4;overflow=hidden;points=[[0,0.5],[1,0.5]];portConstraint=eastwest;rotatable=0;whiteSpace=wrap;html=1;" value="&lt;span style=&quot;text-align: center;&quot;&gt;/loan/openAccount - retry&lt;/span&gt;" vertex="1">
          <mxGeometry height="30" width="270" y="90" as="geometry" />
        </mxCell>
        <mxCell id="In8fDh9ZLN2M87an2Miy-251" parent="In8fDh9ZLN2M87an2Miy-247" style="text;strokeColor=none;fillColor=none;align=left;verticalAlign=middle;spacingLeft=4;spacingRight=4;overflow=hidden;points=[[0,0.5],[1,0.5]];portConstraint=eastwest;rotatable=0;whiteSpace=wrap;html=1;" value="&lt;span style=&quot;font-family: &amp;quot;Anonymous Pro&amp;quot;, Menlo, Consolas, &amp;quot;Bitstream Vera Sans Mono&amp;quot;, &amp;quot;Courier New&amp;quot;, monospace; font-size: 10.8px; white-space: pre-wrap;&quot;&gt;&lt;font style=&quot;color: light-dark(rgb(237, 237, 237), rgb(255, 255, 255));&quot;&gt;/line/linkLineAccountToLoan - retry?&lt;/font&gt;&lt;/span&gt;" vertex="1">
          <mxGeometry height="30" width="270" y="120" as="geometry" />
        </mxCell>
        <mxCell id="In8fDh9ZLN2M87an2Miy-256" parent="In8fDh9ZLN2M87an2Miy-247" style="text;strokeColor=none;fillColor=none;align=left;verticalAlign=middle;spacingLeft=4;spacingRight=4;overflow=hidden;points=[[0,0.5],[1,0.5]];portConstraint=eastwest;rotatable=0;whiteSpace=wrap;html=1;" value="&lt;span style=&quot;text-align: center;&quot;&gt;/loan/&lt;/span&gt;&lt;span style=&quot;white-space: pre-wrap; color: rgb(33, 33, 33); font-family: Inter, system-ui, -apple-system, &amp;quot;system-ui&amp;quot;, &amp;quot;Segoe UI&amp;quot;, Roboto, Oxygen, Ubuntu, Cantarell, &amp;quot;Fira Sans&amp;quot;, &amp;quot;Droid Sans&amp;quot;, Helvetica, Arial, sans-serif; background-color: rgb(255, 255, 255);&quot;&gt;grantLoanNonCash - retry&lt;/span&gt;" vertex="1">
          <mxGeometry height="30" width="270" y="150" as="geometry" />
        </mxCell>
        <mxCell id="In8fDh9ZLN2M87an2Miy-255" parent="In8fDh9ZLN2M87an2Miy-247" style="text;strokeColor=none;fillColor=none;align=left;verticalAlign=middle;spacingLeft=4;spacingRight=4;overflow=hidden;points=[[0,0.5],[1,0.5]];portConstraint=eastwest;rotatable=0;whiteSpace=wrap;html=1;" value="&lt;font face=&quot;Inter, system-ui, -apple-system, system-ui, Segoe UI, Roboto, Oxygen, Ubuntu, Cantarell, Fira Sans, Droid Sans, Helvetica, Arial, sans-serif&quot; style=&quot;color: light-dark(rgb(188, 188, 188), rgb(255, 255, 255));&quot;&gt;&lt;span style=&quot;white-space-collapse: preserve;&quot;&gt;CGW Trigger ??&lt;/span&gt;&lt;/font&gt;" vertex="1">
          <mxGeometry height="30" width="270" y="180" as="geometry" />
        </mxCell>
+         <mxCell id="P7TJZT1PVnBYbLh7lMs1-3" parent="1" style="whiteSpace=wrap;html=1;rounded=0;" value="Polaris&lt;br&gt;/line/openAccount" vertex="1">
+           <mxGeometry height="60" width="120" x="2420" y="210" as="geometry" />
+         </mxCell>
      </root>
    </mxGraphModel>
  </diagram>
</mxfile>
